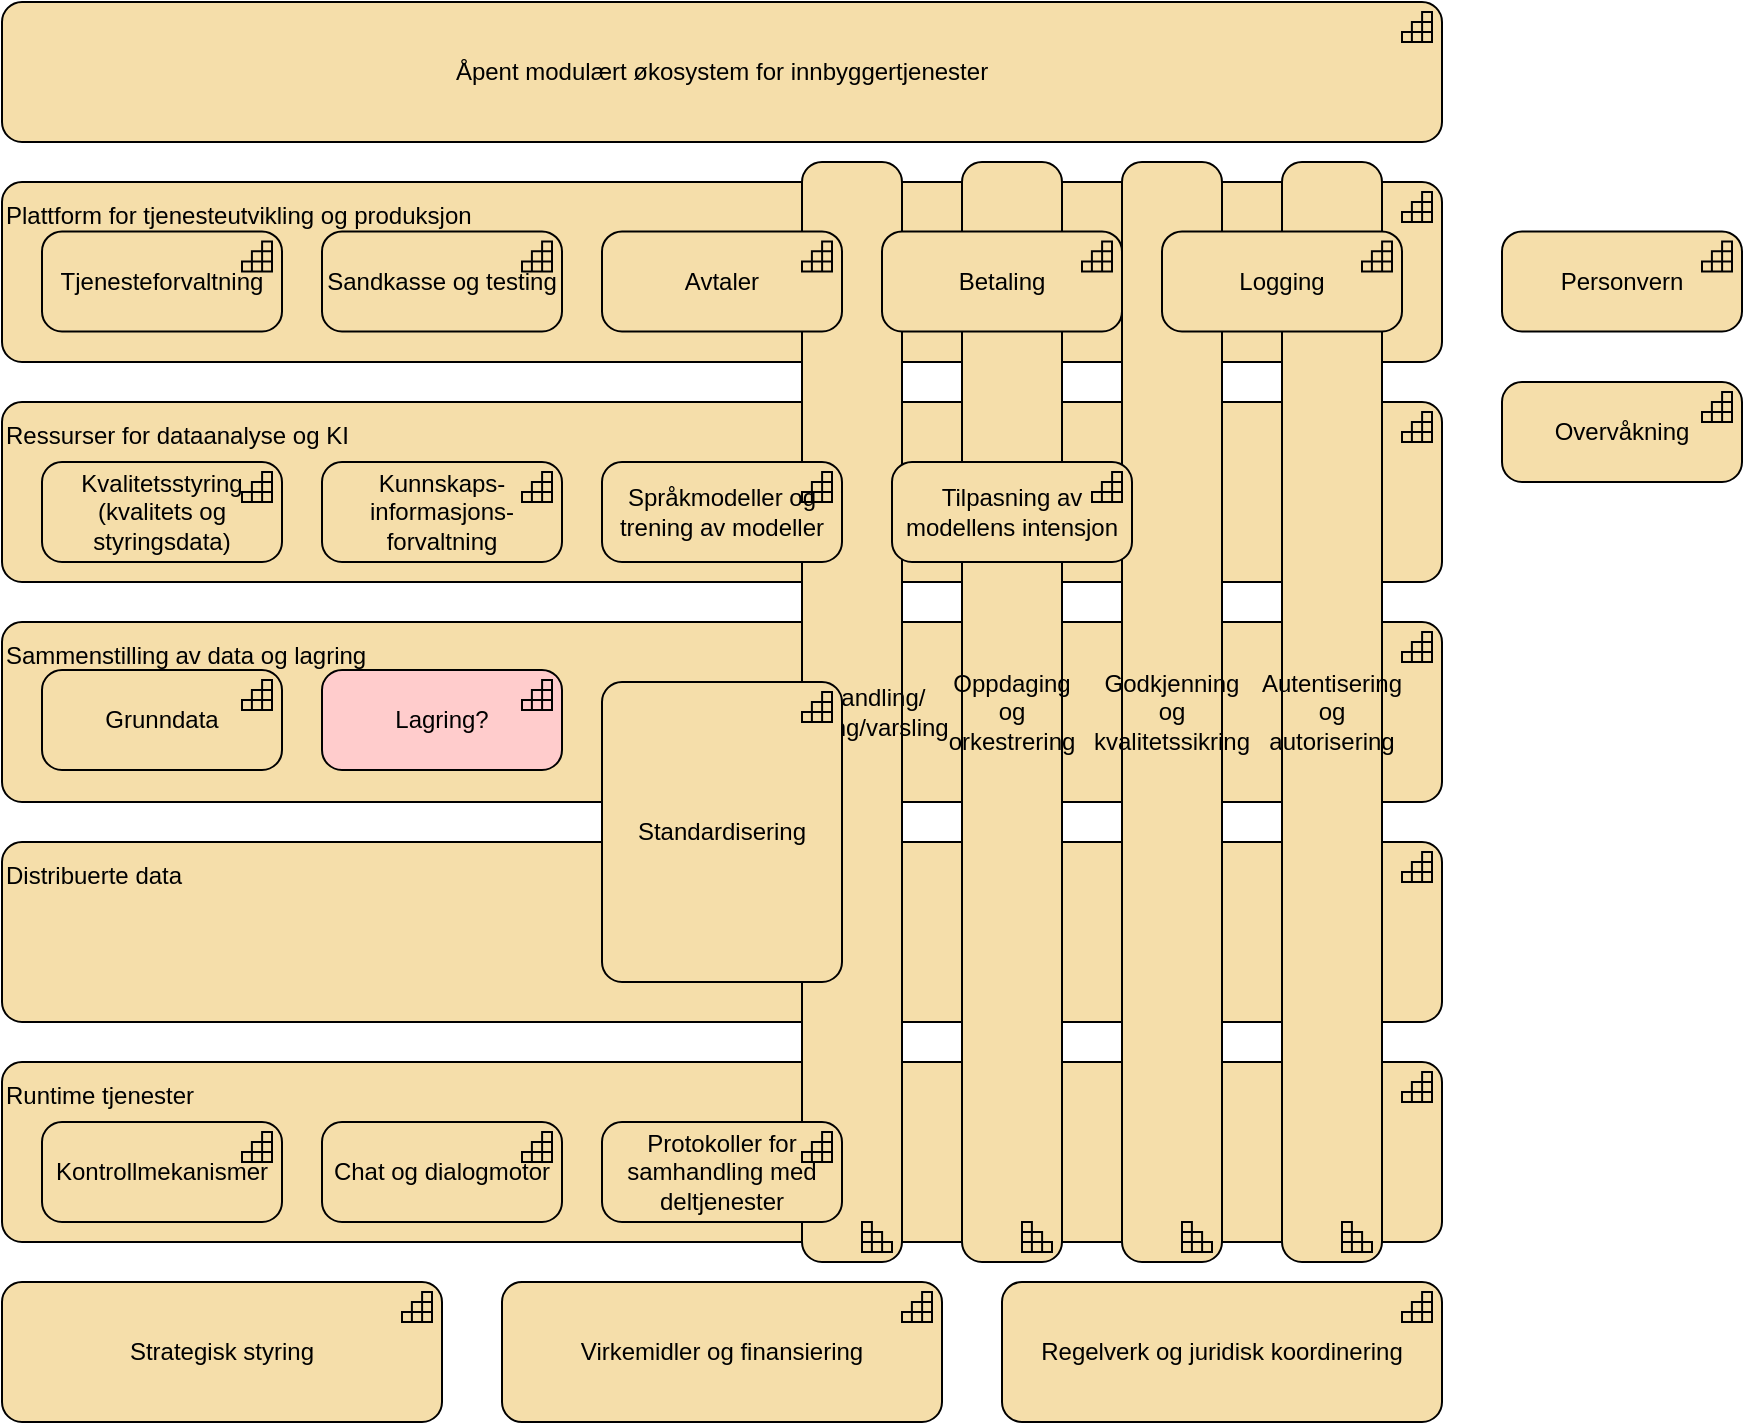
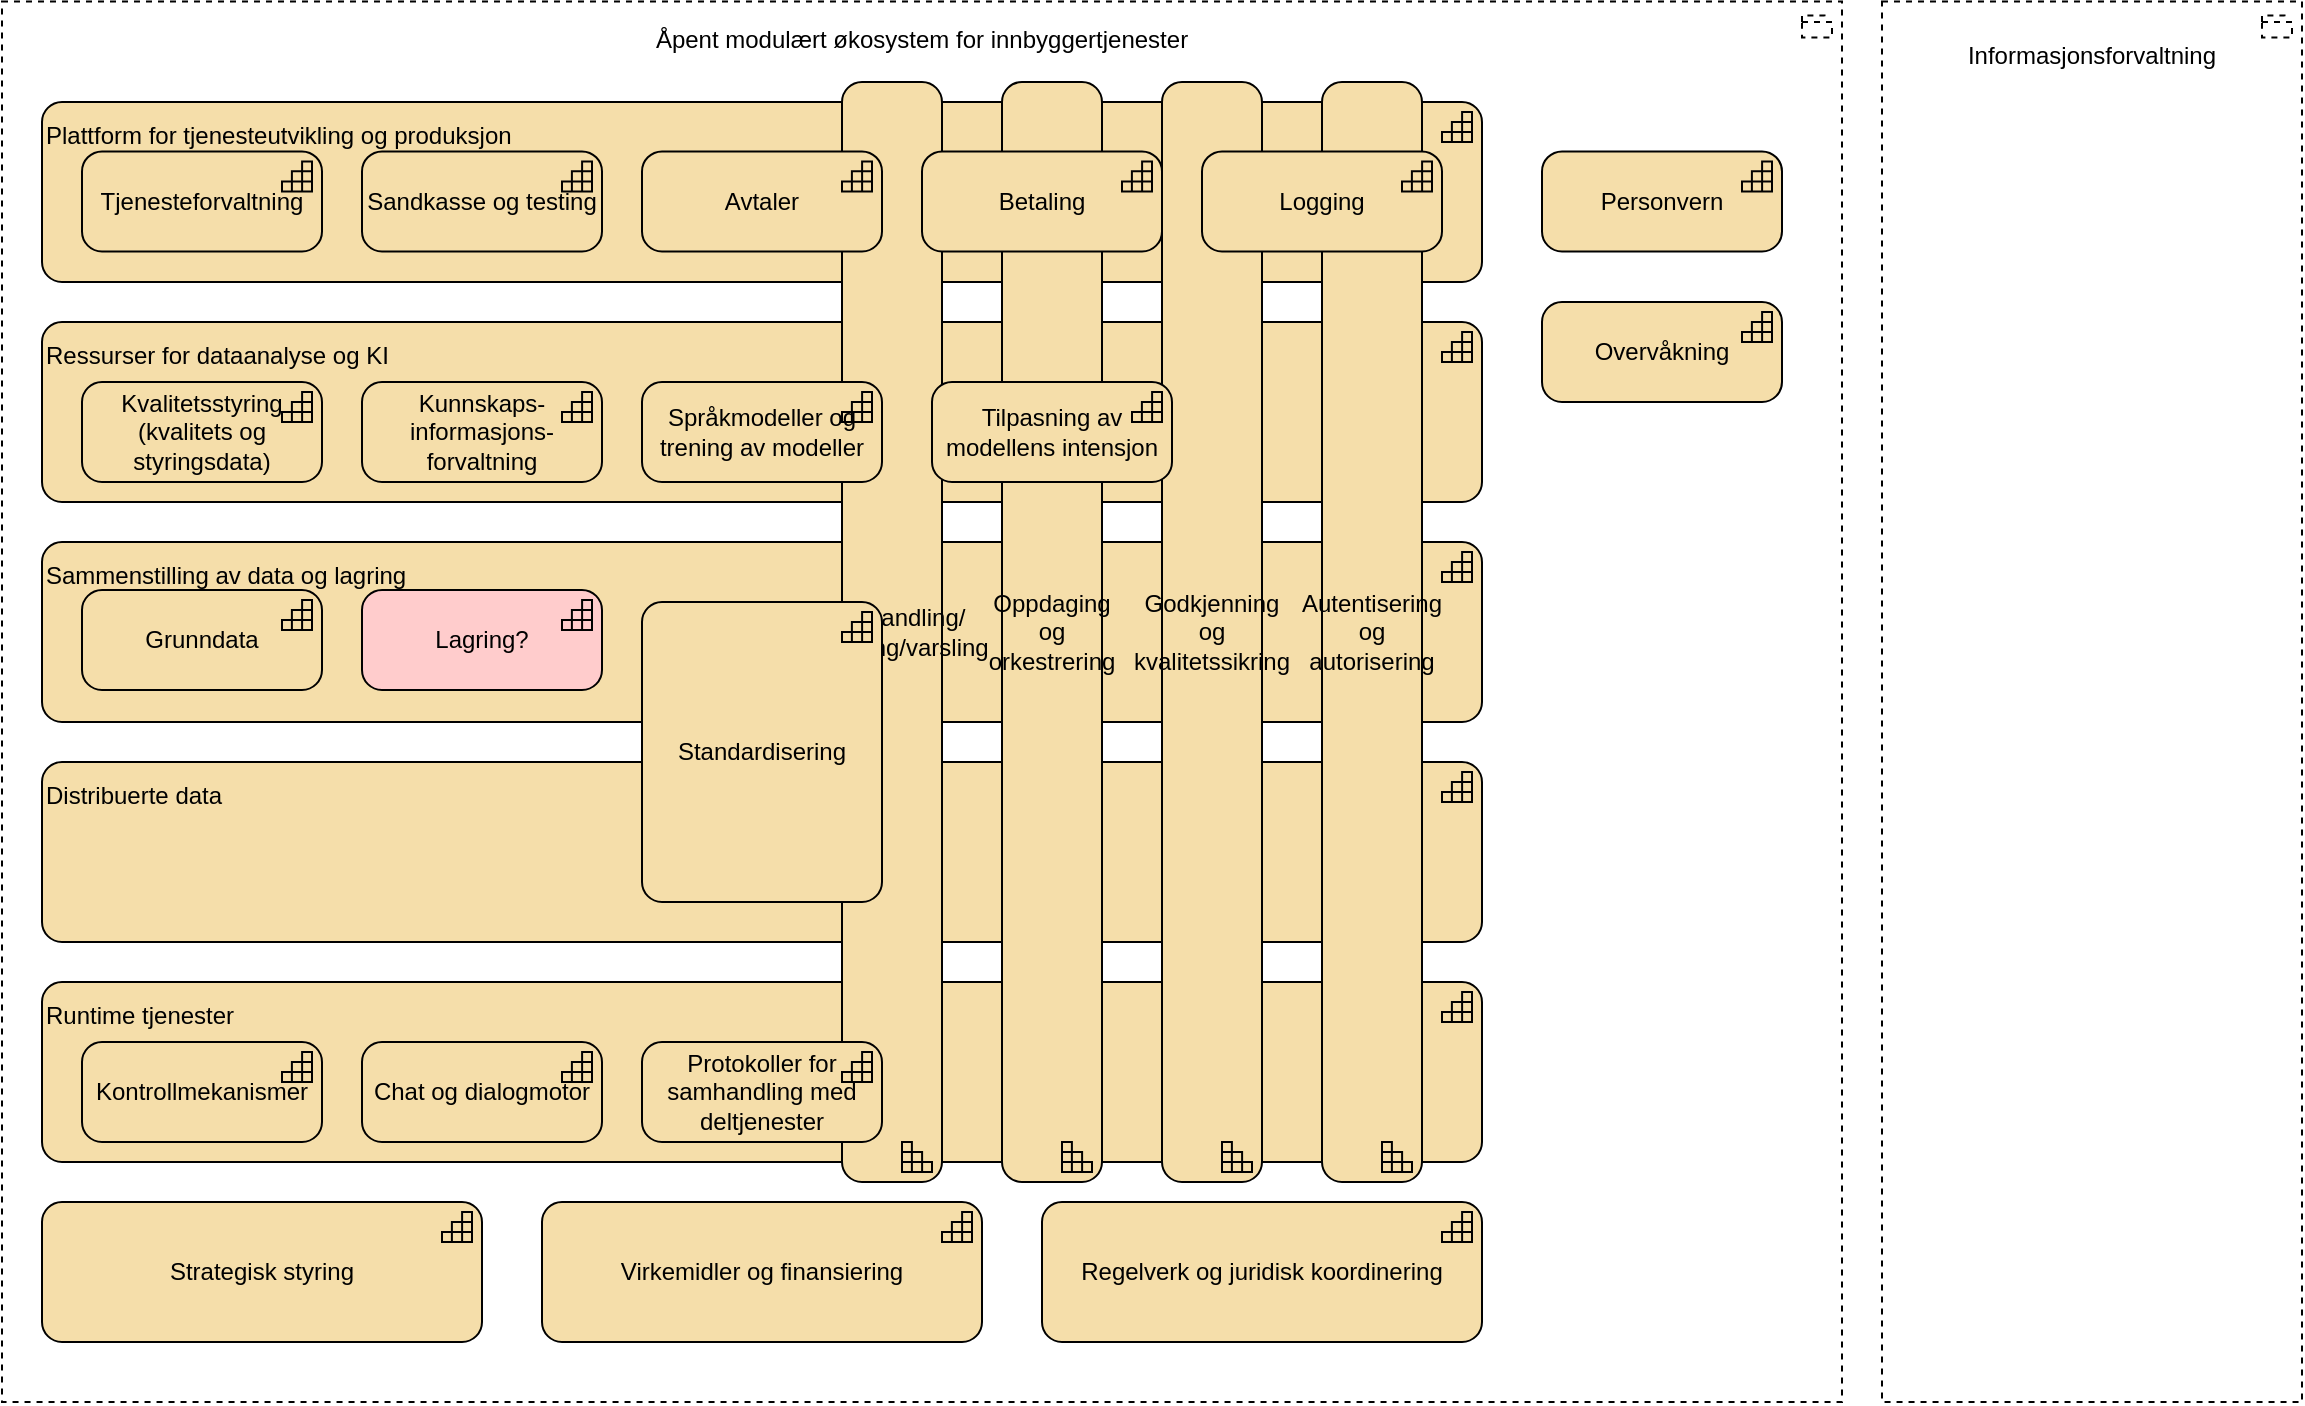
<mxfile host="65bd71144e">
    <diagram id="KhulNWOh6ZCrj-raD0nd" name="økosystem">
-         <mxGraphModel dx="986" dy="546" grid="1" gridSize="10" guides="1" tooltips="1" connect="1" arrows="1" fold="1" page="1" pageScale="1" pageWidth="1169" pageHeight="827" math="0" shadow="0">
+         <mxGraphModel dx="2185" dy="899" grid="1" gridSize="10" guides="1" tooltips="1" connect="1" arrows="1" fold="1" page="1" pageScale="1" pageWidth="1169" pageHeight="827" math="0" shadow="0">
            <root>
                <mxCell id="0"/>
                <mxCell id="1" parent="0"/>
-                 <mxCell id="xnoThjykjK7Eu692T0Zw-3" value="Runtime tjenester&lt;div&gt;&lt;br&gt;&lt;/div&gt;&lt;div&gt;&lt;br&gt;&lt;/div&gt;&lt;div&gt;&lt;br&gt;&lt;/div&gt;&lt;div&gt;&lt;br&gt;&lt;/div&gt;" style="html=1;outlineConnect=0;whiteSpace=wrap;fillColor=#F5DEAA;shape=mxgraph.archimate3.application;appType=capability;archiType=rounded;align=left;" vertex="1" parent="1">
+                 <mxCell id="xnoThjykjK7Eu692T0Zw-3" value="Runtime tjenester&lt;div&gt;&lt;br&gt;&lt;/div&gt;&lt;div&gt;&lt;br&gt;&lt;/div&gt;&lt;div&gt;&lt;br&gt;&lt;/div&gt;&lt;div&gt;&lt;br&gt;&lt;/div&gt;" style="html=1;outlineConnect=0;whiteSpace=wrap;fillColor=#F5DEAA;shape=mxgraph.archimate3.application;appType=capability;archiType=rounded;align=left;" parent="1" vertex="1">
                    <mxGeometry x="40" y="570" width="720" height="90" as="geometry"/>
                </mxCell>
                <mxCell id="xKit_TpfabmGGuKowgRL-6" value="Distribuerte data&lt;div&gt;&lt;br&gt;&lt;/div&gt;&lt;div&gt;&lt;br&gt;&lt;/div&gt;&lt;div&gt;&lt;br&gt;&lt;/div&gt;&lt;div&gt;&lt;br&gt;&lt;/div&gt;" style="html=1;outlineConnect=0;whiteSpace=wrap;fillColor=#F5DEAA;shape=mxgraph.archimate3.application;appType=capability;archiType=rounded;align=left;" parent="1" vertex="1">
                    <mxGeometry x="40" y="460" width="720" height="90" as="geometry"/>
                </mxCell>
                <mxCell id="xKit_TpfabmGGuKowgRL-5" value="Sammenstilling av data og lagring&lt;div&gt;&lt;br&gt;&lt;/div&gt;&lt;div&gt;&lt;br&gt;&lt;/div&gt;&lt;div&gt;&lt;br&gt;&lt;/div&gt;&lt;div&gt;&lt;br&gt;&lt;/div&gt;" style="html=1;outlineConnect=0;whiteSpace=wrap;fillColor=#F5DEAA;shape=mxgraph.archimate3.application;appType=capability;archiType=rounded;align=left;" parent="1" vertex="1">
                    <mxGeometry x="40" y="350" width="720" height="90" as="geometry"/>
                </mxCell>
                <mxCell id="xKit_TpfabmGGuKowgRL-4" value="&lt;div style=&quot;&quot;&gt;&lt;span style=&quot;background-color: transparent;&quot;&gt;Ressurser for dataanalyse og KI&lt;/span&gt;&lt;/div&gt;&lt;div style=&quot;&quot;&gt;&lt;span style=&quot;background-color: transparent;&quot;&gt;&lt;br&gt;&lt;/span&gt;&lt;/div&gt;&lt;div style=&quot;&quot;&gt;&lt;span style=&quot;background-color: transparent;&quot;&gt;&lt;br&gt;&lt;/span&gt;&lt;/div&gt;&lt;div style=&quot;&quot;&gt;&lt;span style=&quot;background-color: transparent;&quot;&gt;&lt;br&gt;&lt;/span&gt;&lt;/div&gt;&lt;div style=&quot;&quot;&gt;&lt;span style=&quot;background-color: transparent;&quot;&gt;&lt;br&gt;&lt;/span&gt;&lt;/div&gt;" style="html=1;outlineConnect=0;whiteSpace=wrap;fillColor=#F5DEAA;shape=mxgraph.archimate3.application;appType=capability;archiType=rounded;align=left;" parent="1" vertex="1">
                    <mxGeometry x="40" y="240" width="720" height="90" as="geometry"/>
                </mxCell>
                <mxCell id="xKit_TpfabmGGuKowgRL-3" value="&lt;div style=&quot;&quot;&gt;&lt;span style=&quot;background-color: transparent;&quot;&gt;Plattform for tjenesteutvikling og produksjon&lt;/span&gt;&lt;/div&gt;&lt;div style=&quot;&quot;&gt;&lt;span style=&quot;background-color: transparent;&quot;&gt;&lt;br&gt;&lt;/span&gt;&lt;/div&gt;&lt;div style=&quot;&quot;&gt;&lt;span style=&quot;background-color: transparent;&quot;&gt;&lt;br&gt;&lt;/span&gt;&lt;/div&gt;&lt;div style=&quot;&quot;&gt;&lt;span style=&quot;background-color: transparent;&quot;&gt;&lt;br&gt;&lt;/span&gt;&lt;/div&gt;&lt;div style=&quot;&quot;&gt;&lt;span style=&quot;background-color: transparent;&quot;&gt;&lt;br&gt;&lt;/span&gt;&lt;/div&gt;" style="html=1;outlineConnect=0;whiteSpace=wrap;fillColor=#F5DEAA;shape=mxgraph.archimate3.application;appType=capability;archiType=rounded;align=left;" parent="1" vertex="1">
                    <mxGeometry x="40" y="130" width="720" height="90" as="geometry"/>
                </mxCell>
-                 <mxCell id="TeFL5omvhbVfAXykElzv-1" value="Åpent modulært økosystem for innbyggertjenester" style="html=1;outlineConnect=0;whiteSpace=wrap;fillColor=#F5DEAA;shape=mxgraph.archimate3.application;appType=capability;archiType=rounded;" parent="1" vertex="1">
-                     <mxGeometry x="40" y="40" width="720" height="70" as="geometry"/>
-                 </mxCell>
                <mxCell id="TeFL5omvhbVfAXykElzv-2" value="Samhandling/ formidling/varsling" style="html=1;outlineConnect=0;whiteSpace=wrap;fillColor=#F5DEAA;shape=mxgraph.archimate3.application;appType=capability;archiType=rounded;direction=south;" parent="1" vertex="1">
                    <mxGeometry x="440" y="120" width="50" height="550" as="geometry"/>
                </mxCell>
                <mxCell id="TeFL5omvhbVfAXykElzv-4" value="Godkjenning og kvalitetssikring" style="html=1;outlineConnect=0;whiteSpace=wrap;fillColor=#F5DEAA;shape=mxgraph.archimate3.application;appType=capability;archiType=rounded;direction=south;" parent="1" vertex="1">
                    <mxGeometry x="600" y="120" width="50" height="550" as="geometry"/>
                </mxCell>
                <mxCell id="TeFL5omvhbVfAXykElzv-6" value="Avtaler" style="html=1;outlineConnect=0;whiteSpace=wrap;fillColor=#F5DEAA;shape=mxgraph.archimate3.application;appType=capability;archiType=rounded;" parent="1" vertex="1">
                    <mxGeometry x="340" y="154.73000000000002" width="120" height="50" as="geometry"/>
                </mxCell>
                <mxCell id="TeFL5omvhbVfAXykElzv-7" value="Autentisering og autorisering" style="html=1;outlineConnect=0;whiteSpace=wrap;fillColor=#F5DEAA;shape=mxgraph.archimate3.application;appType=capability;archiType=rounded;direction=south;" parent="1" vertex="1">
                    <mxGeometry x="680" y="120" width="50" height="550" as="geometry"/>
                </mxCell>
                <mxCell id="TeFL5omvhbVfAXykElzv-8" value="Oppdaging og orkestrering" style="html=1;outlineConnect=0;whiteSpace=wrap;fillColor=#F5DEAA;shape=mxgraph.archimate3.application;appType=capability;archiType=rounded;direction=south;" parent="1" vertex="1">
                    <mxGeometry x="520" y="120" width="50" height="550" as="geometry"/>
                </mxCell>
                <mxCell id="TeFL5omvhbVfAXykElzv-9" value="Sandkasse og testing" style="html=1;outlineConnect=0;whiteSpace=wrap;fillColor=#F5DEAA;shape=mxgraph.archimate3.application;appType=capability;archiType=rounded;" parent="1" vertex="1">
                    <mxGeometry x="200" y="154.73" width="120" height="50" as="geometry"/>
                </mxCell>
                <mxCell id="TeFL5omvhbVfAXykElzv-10" value="Logging" style="html=1;outlineConnect=0;whiteSpace=wrap;fillColor=#F5DEAA;shape=mxgraph.archimate3.application;appType=capability;archiType=rounded;" parent="1" vertex="1">
                    <mxGeometry x="620" y="154.73000000000002" width="120" height="50" as="geometry"/>
                </mxCell>
                <mxCell id="TeFL5omvhbVfAXykElzv-11" value="Tjenesteforvaltning" style="html=1;outlineConnect=0;whiteSpace=wrap;fillColor=#F5DEAA;shape=mxgraph.archimate3.application;appType=capability;archiType=rounded;" parent="1" vertex="1">
                    <mxGeometry x="60" y="154.73000000000002" width="120" height="50" as="geometry"/>
                </mxCell>
                <mxCell id="TeFL5omvhbVfAXykElzv-13" value="Standardisering" style="html=1;outlineConnect=0;whiteSpace=wrap;fillColor=#F5DEAA;shape=mxgraph.archimate3.application;appType=capability;archiType=rounded;" parent="1" vertex="1">
                    <mxGeometry x="340" y="380" width="120" height="150" as="geometry"/>
                </mxCell>
                <mxCell id="TeFL5omvhbVfAXykElzv-14" value="Overvåkning" style="html=1;outlineConnect=0;whiteSpace=wrap;fillColor=#F5DEAA;shape=mxgraph.archimate3.application;appType=capability;archiType=rounded;" parent="1" vertex="1">
                    <mxGeometry x="790" y="230" width="120" height="50" as="geometry"/>
                </mxCell>
                <mxCell id="TeFL5omvhbVfAXykElzv-15" value="Personvern" style="html=1;outlineConnect=0;whiteSpace=wrap;fillColor=#F5DEAA;shape=mxgraph.archimate3.application;appType=capability;archiType=rounded;" parent="1" vertex="1">
                    <mxGeometry x="790" y="154.73000000000002" width="120" height="50" as="geometry"/>
                </mxCell>
                <mxCell id="u9fwJug513jWiIlwAGDL-1" value="Kunnskaps- informasjons- forvaltning" style="html=1;outlineConnect=0;whiteSpace=wrap;fillColor=#F5DEAA;shape=mxgraph.archimate3.application;appType=capability;archiType=rounded;" parent="1" vertex="1">
                    <mxGeometry x="200" y="270" width="120" height="50" as="geometry"/>
                </mxCell>
                <mxCell id="u9fwJug513jWiIlwAGDL-2" value="Kvalitetsstyring (kvalitets og styringsdata)" style="html=1;outlineConnect=0;whiteSpace=wrap;fillColor=#F5DEAA;shape=mxgraph.archimate3.application;appType=capability;archiType=rounded;" parent="1" vertex="1">
                    <mxGeometry x="60" y="270" width="120" height="50" as="geometry"/>
                </mxCell>
                <mxCell id="TeFL5omvhbVfAXykElzv-5" value="Betaling" style="html=1;outlineConnect=0;whiteSpace=wrap;fillColor=#F5DEAA;shape=mxgraph.archimate3.application;appType=capability;archiType=rounded;" parent="1" vertex="1">
                    <mxGeometry x="480" y="154.73000000000002" width="120" height="50" as="geometry"/>
                </mxCell>
                <mxCell id="xKit_TpfabmGGuKowgRL-8" value="Strategisk styring" style="html=1;outlineConnect=0;whiteSpace=wrap;fillColor=#F5DEAA;shape=mxgraph.archimate3.application;appType=capability;archiType=rounded;" parent="1" vertex="1">
                    <mxGeometry x="40" y="680" width="220" height="70" as="geometry"/>
                </mxCell>
                <mxCell id="xKit_TpfabmGGuKowgRL-9" value="Virkemidler og finansiering" style="html=1;outlineConnect=0;whiteSpace=wrap;fillColor=#F5DEAA;shape=mxgraph.archimate3.application;appType=capability;archiType=rounded;" parent="1" vertex="1">
                    <mxGeometry x="290" y="680" width="220" height="70" as="geometry"/>
                </mxCell>
                <mxCell id="xKit_TpfabmGGuKowgRL-10" value="Regelverk og juridisk koordinering" style="html=1;outlineConnect=0;whiteSpace=wrap;fillColor=#F5DEAA;shape=mxgraph.archimate3.application;appType=capability;archiType=rounded;" parent="1" vertex="1">
                    <mxGeometry x="540" y="680" width="220" height="70" as="geometry"/>
                </mxCell>
                <mxCell id="VVHO--vzeyekFK8HYkrx-1" value="Lagring?" style="html=1;outlineConnect=0;whiteSpace=wrap;fillColor=#FFCCCC;shape=mxgraph.archimate3.application;appType=capability;archiType=rounded;" parent="1" vertex="1">
                    <mxGeometry x="200" y="374" width="120" height="50" as="geometry"/>
                </mxCell>
-                 <mxCell id="2" value="Språkmodeller og trening av modeller" style="html=1;outlineConnect=0;whiteSpace=wrap;fillColor=#F5DEAA;shape=mxgraph.archimate3.application;appType=capability;archiType=rounded;" vertex="1" parent="1">
+                 <mxCell id="2" value="Språkmodeller og trening av modeller" style="html=1;outlineConnect=0;whiteSpace=wrap;fillColor=#F5DEAA;shape=mxgraph.archimate3.application;appType=capability;archiType=rounded;" parent="1" vertex="1">
                    <mxGeometry x="340" y="270" width="120" height="50" as="geometry"/>
                </mxCell>
-                 <mxCell id="xnoThjykjK7Eu692T0Zw-2" value="Tilpasning av modellens intensjon" style="html=1;outlineConnect=0;whiteSpace=wrap;fillColor=#F5DEAA;shape=mxgraph.archimate3.application;appType=capability;archiType=rounded;" vertex="1" parent="1">
+                 <mxCell id="xnoThjykjK7Eu692T0Zw-2" value="Tilpasning av modellens intensjon" style="html=1;outlineConnect=0;whiteSpace=wrap;fillColor=#F5DEAA;shape=mxgraph.archimate3.application;appType=capability;archiType=rounded;" parent="1" vertex="1">
                    <mxGeometry x="485" y="270" width="120" height="50" as="geometry"/>
                </mxCell>
-                 <mxCell id="xnoThjykjK7Eu692T0Zw-4" value="Kontrollmekanismer" style="html=1;outlineConnect=0;whiteSpace=wrap;fillColor=#F5DEAA;shape=mxgraph.archimate3.application;appType=capability;archiType=rounded;" vertex="1" parent="1">
+                 <mxCell id="xnoThjykjK7Eu692T0Zw-4" value="Kontrollmekanismer" style="html=1;outlineConnect=0;whiteSpace=wrap;fillColor=#F5DEAA;shape=mxgraph.archimate3.application;appType=capability;archiType=rounded;" parent="1" vertex="1">
                    <mxGeometry x="60" y="600" width="120" height="50" as="geometry"/>
                </mxCell>
-                 <mxCell id="xnoThjykjK7Eu692T0Zw-5" value="Chat og dialogmotor" style="html=1;outlineConnect=0;whiteSpace=wrap;fillColor=#F5DEAA;shape=mxgraph.archimate3.application;appType=capability;archiType=rounded;" vertex="1" parent="1">
+                 <mxCell id="xnoThjykjK7Eu692T0Zw-5" value="Chat og dialogmotor" style="html=1;outlineConnect=0;whiteSpace=wrap;fillColor=#F5DEAA;shape=mxgraph.archimate3.application;appType=capability;archiType=rounded;" parent="1" vertex="1">
                    <mxGeometry x="200" y="600" width="120" height="50" as="geometry"/>
                </mxCell>
-                 <mxCell id="xnoThjykjK7Eu692T0Zw-6" value="Grunndata" style="html=1;outlineConnect=0;whiteSpace=wrap;fillColor=#F5DEAA;shape=mxgraph.archimate3.application;appType=capability;archiType=rounded;" vertex="1" parent="1">
+                 <mxCell id="xnoThjykjK7Eu692T0Zw-6" value="Grunndata" style="html=1;outlineConnect=0;whiteSpace=wrap;fillColor=#F5DEAA;shape=mxgraph.archimate3.application;appType=capability;archiType=rounded;" parent="1" vertex="1">
                    <mxGeometry x="60" y="374" width="120" height="50" as="geometry"/>
                </mxCell>
-                 <mxCell id="xnoThjykjK7Eu692T0Zw-7" value="Protokoller for samhandling med deltjenester" style="html=1;outlineConnect=0;whiteSpace=wrap;fillColor=#F5DEAA;shape=mxgraph.archimate3.application;appType=capability;archiType=rounded;" vertex="1" parent="1">
+                 <mxCell id="xnoThjykjK7Eu692T0Zw-7" value="Protokoller for samhandling med deltjenester" style="html=1;outlineConnect=0;whiteSpace=wrap;fillColor=#F5DEAA;shape=mxgraph.archimate3.application;appType=capability;archiType=rounded;" parent="1" vertex="1">
                    <mxGeometry x="340" y="600" width="120" height="50" as="geometry"/>
+                 </mxCell>
+                 <mxCell id="3" value="&lt;span style=&quot;color: rgb(0, 0, 0);&quot;&gt;Åpent modulært økosystem for innbyggertjenester&lt;/span&gt;&lt;div&gt;&lt;span style=&quot;color: rgb(0, 0, 0);&quot;&gt;&lt;br&gt;&lt;/span&gt;&lt;/div&gt;&lt;div&gt;&lt;span style=&quot;color: rgb(0, 0, 0);&quot;&gt;&lt;br&gt;&lt;/span&gt;&lt;/div&gt;&lt;div&gt;&lt;span style=&quot;color: rgb(0, 0, 0);&quot;&gt;&lt;br&gt;&lt;/span&gt;&lt;/div&gt;&lt;div&gt;&lt;span style=&quot;color: rgb(0, 0, 0);&quot;&gt;&lt;br&gt;&lt;/span&gt;&lt;/div&gt;&lt;div&gt;&lt;span style=&quot;color: rgb(0, 0, 0);&quot;&gt;&lt;br&gt;&lt;/span&gt;&lt;/div&gt;&lt;div&gt;&lt;span style=&quot;color: rgb(0, 0, 0);&quot;&gt;&lt;br&gt;&lt;/span&gt;&lt;/div&gt;&lt;div&gt;&lt;span style=&quot;color: rgb(0, 0, 0);&quot;&gt;&lt;br&gt;&lt;/span&gt;&lt;/div&gt;&lt;div&gt;&lt;span style=&quot;color: rgb(0, 0, 0);&quot;&gt;&lt;br&gt;&lt;/span&gt;&lt;/div&gt;&lt;div&gt;&lt;span style=&quot;color: rgb(0, 0, 0);&quot;&gt;&lt;br&gt;&lt;/span&gt;&lt;/div&gt;&lt;div&gt;&lt;span style=&quot;color: rgb(0, 0, 0);&quot;&gt;&lt;br&gt;&lt;/span&gt;&lt;/div&gt;&lt;div&gt;&lt;span style=&quot;color: rgb(0, 0, 0);&quot;&gt;&lt;br&gt;&lt;/span&gt;&lt;/div&gt;&lt;div&gt;&lt;span style=&quot;color: rgb(0, 0, 0);&quot;&gt;&lt;br&gt;&lt;/span&gt;&lt;/div&gt;&lt;div&gt;&lt;span style=&quot;color: rgb(0, 0, 0);&quot;&gt;&lt;br&gt;&lt;/span&gt;&lt;/div&gt;&lt;div&gt;&lt;span style=&quot;color: rgb(0, 0, 0);&quot;&gt;&lt;br&gt;&lt;/span&gt;&lt;/div&gt;&lt;div&gt;&lt;span style=&quot;color: rgb(0, 0, 0);&quot;&gt;&lt;br&gt;&lt;/span&gt;&lt;/div&gt;&lt;div&gt;&lt;span style=&quot;color: rgb(0, 0, 0);&quot;&gt;&lt;br&gt;&lt;/span&gt;&lt;/div&gt;&lt;div&gt;&lt;span style=&quot;color: rgb(0, 0, 0);&quot;&gt;&lt;br&gt;&lt;/span&gt;&lt;/div&gt;&lt;div&gt;&lt;span style=&quot;color: rgb(0, 0, 0);&quot;&gt;&lt;br&gt;&lt;/span&gt;&lt;/div&gt;&lt;div&gt;&lt;span style=&quot;color: rgb(0, 0, 0);&quot;&gt;&lt;br&gt;&lt;/span&gt;&lt;/div&gt;&lt;div&gt;&lt;span style=&quot;color: rgb(0, 0, 0);&quot;&gt;&lt;br&gt;&lt;/span&gt;&lt;/div&gt;&lt;div&gt;&lt;span style=&quot;color: rgb(0, 0, 0);&quot;&gt;&lt;br&gt;&lt;/span&gt;&lt;/div&gt;&lt;div&gt;&lt;span style=&quot;color: rgb(0, 0, 0);&quot;&gt;&lt;br&gt;&lt;/span&gt;&lt;/div&gt;&lt;div&gt;&lt;span style=&quot;color: rgb(0, 0, 0);&quot;&gt;&lt;br&gt;&lt;/span&gt;&lt;/div&gt;&lt;div&gt;&lt;span style=&quot;color: rgb(0, 0, 0);&quot;&gt;&lt;br&gt;&lt;/span&gt;&lt;/div&gt;&lt;div&gt;&lt;span style=&quot;color: rgb(0, 0, 0);&quot;&gt;&lt;br&gt;&lt;/span&gt;&lt;/div&gt;&lt;div&gt;&lt;span style=&quot;color: rgb(0, 0, 0);&quot;&gt;&lt;br&gt;&lt;/span&gt;&lt;/div&gt;&lt;div&gt;&lt;span style=&quot;color: rgb(0, 0, 0);&quot;&gt;&lt;br&gt;&lt;/span&gt;&lt;/div&gt;&lt;div&gt;&lt;span style=&quot;color: rgb(0, 0, 0);&quot;&gt;&lt;br&gt;&lt;/span&gt;&lt;/div&gt;&lt;div&gt;&lt;span style=&quot;color: rgb(0, 0, 0);&quot;&gt;&lt;br&gt;&lt;/span&gt;&lt;/div&gt;&lt;div&gt;&lt;span style=&quot;color: rgb(0, 0, 0);&quot;&gt;&lt;br&gt;&lt;/span&gt;&lt;/div&gt;&lt;div&gt;&lt;span style=&quot;color: rgb(0, 0, 0);&quot;&gt;&lt;br&gt;&lt;/span&gt;&lt;/div&gt;&lt;div&gt;&lt;span style=&quot;color: rgb(0, 0, 0);&quot;&gt;&lt;br&gt;&lt;/span&gt;&lt;/div&gt;&lt;div&gt;&lt;span style=&quot;color: rgb(0, 0, 0);&quot;&gt;&lt;br&gt;&lt;/span&gt;&lt;/div&gt;&lt;div&gt;&lt;span style=&quot;color: rgb(0, 0, 0);&quot;&gt;&lt;br&gt;&lt;/span&gt;&lt;/div&gt;&lt;div&gt;&lt;span style=&quot;color: rgb(0, 0, 0);&quot;&gt;&lt;br&gt;&lt;/span&gt;&lt;/div&gt;&lt;div&gt;&lt;span style=&quot;color: rgb(0, 0, 0);&quot;&gt;&lt;br&gt;&lt;/span&gt;&lt;/div&gt;&lt;div&gt;&lt;span style=&quot;color: rgb(0, 0, 0);&quot;&gt;&lt;br&gt;&lt;/span&gt;&lt;/div&gt;&lt;div&gt;&lt;span style=&quot;color: rgb(0, 0, 0);&quot;&gt;&lt;br&gt;&lt;/span&gt;&lt;/div&gt;&lt;div&gt;&lt;span style=&quot;color: rgb(0, 0, 0);&quot;&gt;&lt;br&gt;&lt;/span&gt;&lt;/div&gt;&lt;div&gt;&lt;span style=&quot;color: rgb(0, 0, 0);&quot;&gt;&lt;br&gt;&lt;/span&gt;&lt;/div&gt;&lt;div&gt;&lt;span style=&quot;color: rgb(0, 0, 0);&quot;&gt;&lt;br&gt;&lt;/span&gt;&lt;/div&gt;&lt;div&gt;&lt;span style=&quot;color: rgb(0, 0, 0);&quot;&gt;&lt;br&gt;&lt;/span&gt;&lt;/div&gt;&lt;div&gt;&lt;span style=&quot;color: rgb(0, 0, 0);&quot;&gt;&lt;br&gt;&lt;/span&gt;&lt;/div&gt;&lt;div&gt;&lt;span style=&quot;color: rgb(0, 0, 0);&quot;&gt;&lt;br&gt;&lt;/span&gt;&lt;/div&gt;&lt;div&gt;&lt;span style=&quot;color: rgb(0, 0, 0);&quot;&gt;&lt;br&gt;&lt;/span&gt;&lt;/div&gt;&lt;div&gt;&lt;span style=&quot;color: rgb(0, 0, 0);&quot;&gt;&lt;br&gt;&lt;/span&gt;&lt;/div&gt;" style="html=1;outlineConnect=0;whiteSpace=wrap;shape=mxgraph.archimate3.application;appType=grouping;archiType=square;dashed=1;fillColor=none;" vertex="1" parent="1">
+                     <mxGeometry x="20" y="79.73" width="920" height="700.27" as="geometry"/>
+                 </mxCell>
+                 <mxCell id="4" value="&lt;div&gt;&lt;span style=&quot;color: rgb(0, 0, 0);&quot;&gt;Informasjonsforvaltning&lt;/span&gt;&lt;/div&gt;&lt;div&gt;&lt;span style=&quot;color: rgb(0, 0, 0);&quot;&gt;&lt;br&gt;&lt;/span&gt;&lt;/div&gt;&lt;div&gt;&lt;span style=&quot;color: rgb(0, 0, 0);&quot;&gt;&lt;br&gt;&lt;/span&gt;&lt;/div&gt;&lt;div&gt;&lt;span style=&quot;color: rgb(0, 0, 0);&quot;&gt;&lt;br&gt;&lt;/span&gt;&lt;/div&gt;&lt;div&gt;&lt;span style=&quot;color: rgb(0, 0, 0);&quot;&gt;&lt;br&gt;&lt;/span&gt;&lt;/div&gt;&lt;div&gt;&lt;span style=&quot;color: rgb(0, 0, 0);&quot;&gt;&lt;br&gt;&lt;/span&gt;&lt;/div&gt;&lt;div&gt;&lt;span style=&quot;color: rgb(0, 0, 0);&quot;&gt;&lt;br&gt;&lt;/span&gt;&lt;/div&gt;&lt;div&gt;&lt;span style=&quot;color: rgb(0, 0, 0);&quot;&gt;&lt;br&gt;&lt;/span&gt;&lt;/div&gt;&lt;div&gt;&lt;span style=&quot;color: rgb(0, 0, 0);&quot;&gt;&lt;br&gt;&lt;/span&gt;&lt;/div&gt;&lt;div&gt;&lt;span style=&quot;color: rgb(0, 0, 0);&quot;&gt;&lt;br&gt;&lt;/span&gt;&lt;/div&gt;&lt;div&gt;&lt;span style=&quot;color: rgb(0, 0, 0);&quot;&gt;&lt;br&gt;&lt;/span&gt;&lt;/div&gt;&lt;div&gt;&lt;span style=&quot;color: rgb(0, 0, 0);&quot;&gt;&lt;br&gt;&lt;/span&gt;&lt;/div&gt;&lt;div&gt;&lt;span style=&quot;color: rgb(0, 0, 0);&quot;&gt;&lt;br&gt;&lt;/span&gt;&lt;/div&gt;&lt;div&gt;&lt;span style=&quot;color: rgb(0, 0, 0);&quot;&gt;&lt;br&gt;&lt;/span&gt;&lt;/div&gt;&lt;div&gt;&lt;span style=&quot;color: rgb(0, 0, 0);&quot;&gt;&lt;br&gt;&lt;/span&gt;&lt;/div&gt;&lt;div&gt;&lt;span style=&quot;color: rgb(0, 0, 0);&quot;&gt;&lt;br&gt;&lt;/span&gt;&lt;/div&gt;&lt;div&gt;&lt;span style=&quot;color: rgb(0, 0, 0);&quot;&gt;&lt;br&gt;&lt;/span&gt;&lt;/div&gt;&lt;div&gt;&lt;span style=&quot;color: rgb(0, 0, 0);&quot;&gt;&lt;br&gt;&lt;/span&gt;&lt;/div&gt;&lt;div&gt;&lt;span style=&quot;color: rgb(0, 0, 0);&quot;&gt;&lt;br&gt;&lt;/span&gt;&lt;/div&gt;&lt;div&gt;&lt;span style=&quot;color: rgb(0, 0, 0);&quot;&gt;&lt;br&gt;&lt;/span&gt;&lt;/div&gt;&lt;div&gt;&lt;span style=&quot;color: rgb(0, 0, 0);&quot;&gt;&lt;br&gt;&lt;/span&gt;&lt;/div&gt;&lt;div&gt;&lt;span style=&quot;color: rgb(0, 0, 0);&quot;&gt;&lt;br&gt;&lt;/span&gt;&lt;/div&gt;&lt;div&gt;&lt;span style=&quot;color: rgb(0, 0, 0);&quot;&gt;&lt;br&gt;&lt;/span&gt;&lt;/div&gt;&lt;div&gt;&lt;span style=&quot;color: rgb(0, 0, 0);&quot;&gt;&lt;br&gt;&lt;/span&gt;&lt;/div&gt;&lt;div&gt;&lt;span style=&quot;color: rgb(0, 0, 0);&quot;&gt;&lt;br&gt;&lt;/span&gt;&lt;/div&gt;&lt;div&gt;&lt;span style=&quot;color: rgb(0, 0, 0);&quot;&gt;&lt;br&gt;&lt;/span&gt;&lt;/div&gt;&lt;div&gt;&lt;span style=&quot;color: rgb(0, 0, 0);&quot;&gt;&lt;br&gt;&lt;/span&gt;&lt;/div&gt;&lt;div&gt;&lt;span style=&quot;color: rgb(0, 0, 0);&quot;&gt;&lt;br&gt;&lt;/span&gt;&lt;/div&gt;&lt;div&gt;&lt;span style=&quot;color: rgb(0, 0, 0);&quot;&gt;&lt;br&gt;&lt;/span&gt;&lt;/div&gt;&lt;div&gt;&lt;span style=&quot;color: rgb(0, 0, 0);&quot;&gt;&lt;br&gt;&lt;/span&gt;&lt;/div&gt;&lt;div&gt;&lt;span style=&quot;color: rgb(0, 0, 0);&quot;&gt;&lt;br&gt;&lt;/span&gt;&lt;/div&gt;&lt;div&gt;&lt;span style=&quot;color: rgb(0, 0, 0);&quot;&gt;&lt;br&gt;&lt;/span&gt;&lt;/div&gt;&lt;div&gt;&lt;span style=&quot;color: rgb(0, 0, 0);&quot;&gt;&lt;br&gt;&lt;/span&gt;&lt;/div&gt;&lt;div&gt;&lt;span style=&quot;color: rgb(0, 0, 0);&quot;&gt;&lt;br&gt;&lt;/span&gt;&lt;/div&gt;&lt;div&gt;&lt;span style=&quot;color: rgb(0, 0, 0);&quot;&gt;&lt;br&gt;&lt;/span&gt;&lt;/div&gt;&lt;div&gt;&lt;span style=&quot;color: rgb(0, 0, 0);&quot;&gt;&lt;br&gt;&lt;/span&gt;&lt;/div&gt;&lt;div&gt;&lt;span style=&quot;color: rgb(0, 0, 0);&quot;&gt;&lt;br&gt;&lt;/span&gt;&lt;/div&gt;&lt;div&gt;&lt;span style=&quot;color: rgb(0, 0, 0);&quot;&gt;&lt;br&gt;&lt;/span&gt;&lt;/div&gt;&lt;div&gt;&lt;span style=&quot;color: rgb(0, 0, 0);&quot;&gt;&lt;br&gt;&lt;/span&gt;&lt;/div&gt;&lt;div&gt;&lt;span style=&quot;color: rgb(0, 0, 0);&quot;&gt;&lt;br&gt;&lt;/span&gt;&lt;/div&gt;&lt;div&gt;&lt;span style=&quot;color: rgb(0, 0, 0);&quot;&gt;&lt;br&gt;&lt;/span&gt;&lt;/div&gt;&lt;div&gt;&lt;span style=&quot;color: rgb(0, 0, 0);&quot;&gt;&lt;br&gt;&lt;/span&gt;&lt;/div&gt;&lt;div&gt;&lt;span style=&quot;color: rgb(0, 0, 0);&quot;&gt;&lt;br&gt;&lt;/span&gt;&lt;/div&gt;&lt;div&gt;&lt;span style=&quot;color: rgb(0, 0, 0);&quot;&gt;&lt;br&gt;&lt;/span&gt;&lt;/div&gt;&lt;div&gt;&lt;span style=&quot;color: rgb(0, 0, 0);&quot;&gt;&lt;br&gt;&lt;/span&gt;&lt;/div&gt;&lt;div&gt;&lt;span style=&quot;color: rgb(0, 0, 0);&quot;&gt;&lt;br&gt;&lt;/span&gt;&lt;/div&gt;" style="html=1;outlineConnect=0;whiteSpace=wrap;shape=mxgraph.archimate3.application;appType=grouping;archiType=square;dashed=1;fillColor=none;" vertex="1" parent="1">
+                     <mxGeometry x="960" y="79.73" width="210" height="700.27" as="geometry"/>
                </mxCell>
            </root>
        </mxGraphModel>
    </diagram>
    <diagram id="yR3UBU6f4qSMuNbV7_kY" name="verdikjede-overordnet">
-         <mxGraphModel dx="986" dy="546" grid="1" gridSize="10" guides="1" tooltips="1" connect="1" arrows="1" fold="1" page="1" pageScale="1" pageWidth="1169" pageHeight="827" math="0" shadow="0">
+         <mxGraphModel dx="2185" dy="899" grid="1" gridSize="10" guides="1" tooltips="1" connect="1" arrows="1" fold="1" page="1" pageScale="1" pageWidth="1169" pageHeight="827" math="0" shadow="0">
            <root>
                <mxCell id="0"/>
                <mxCell id="1" parent="0"/>
                <mxCell id="8" value="Oppleve Symptomer" style="html=1;outlineConnect=0;whiteSpace=wrap;fillColor=#F5DEAA;shape=mxgraph.archimate3.application;appType=valueStream;archiType=rounded;" parent="1" vertex="1">
                    <mxGeometry x="160" y="100" width="100" height="50" as="geometry"/>
                </mxCell>
                <mxCell id="9" value="Forebygge" style="html=1;outlineConnect=0;whiteSpace=wrap;fillColor=#F5DEAA;shape=mxgraph.archimate3.application;appType=valueStream;archiType=rounded;" parent="1" vertex="1">
                    <mxGeometry x="20" y="100" width="100" height="50" as="geometry"/>
                </mxCell>
                <mxCell id="16" value="" style="edgeStyle=none;html=1;" parent="1" source="10" target="15" edge="1">
                    <mxGeometry relative="1" as="geometry"/>
                </mxCell>
                <mxCell id="10" value="Kartlegge" style="html=1;outlineConnect=0;whiteSpace=wrap;fillColor=#F5DEAA;shape=mxgraph.archimate3.application;appType=valueStream;archiType=rounded;" parent="1" vertex="1">
                    <mxGeometry x="300" y="100" width="100" height="50" as="geometry"/>
                </mxCell>
                <mxCell id="14" value="" style="edgeStyle=none;html=1;" parent="1" source="12" target="13" edge="1">
                    <mxGeometry relative="1" as="geometry"/>
                </mxCell>
                <mxCell id="12" value="Egenmestre" style="html=1;outlineConnect=0;whiteSpace=wrap;fillColor=#F5DEAA;shape=mxgraph.archimate3.application;appType=valueStream;archiType=rounded;" parent="1" vertex="1">
                    <mxGeometry x="440" y="100" width="100" height="50" as="geometry"/>
                </mxCell>
                <mxCell id="13" value="Veiledet selvhjelp" style="html=1;outlineConnect=0;whiteSpace=wrap;fillColor=#F5DEAA;shape=mxgraph.archimate3.application;appType=valueStream;archiType=rounded;" parent="1" vertex="1">
                    <mxGeometry x="580" y="100" width="100" height="50" as="geometry"/>
                </mxCell>
                <mxCell id="15" value="Veivise til tjenesten" style="html=1;outlineConnect=0;whiteSpace=wrap;fillColor=#F5DEAA;shape=mxgraph.archimate3.application;appType=valueStream;archiType=rounded;" parent="1" vertex="1">
                    <mxGeometry x="300" y="180" width="100" height="50" as="geometry"/>
                </mxCell>
                <mxCell id="17" value="" style="edgeStyle=elbowEdgeStyle;html=1;endArrow=block;dashed=0;elbow=vertical;endFill=1;exitX=1;exitY=0.5;exitDx=0;exitDy=0;exitPerimeter=0;entryX=0;entryY=0.5;entryDx=0;entryDy=0;entryPerimeter=0;" parent="1" source="10" target="12" edge="1">
                    <mxGeometry width="160" relative="1" as="geometry">
                        <mxPoint x="340" y="450" as="sourcePoint"/>
                        <mxPoint x="500" y="450" as="targetPoint"/>
                    </mxGeometry>
                </mxCell>
                <mxCell id="18" value="" style="edgeStyle=elbowEdgeStyle;html=1;endArrow=block;dashed=0;elbow=vertical;endFill=1;entryX=0;entryY=0.5;entryDx=0;entryDy=0;entryPerimeter=0;exitX=1;exitY=0.5;exitDx=0;exitDy=0;exitPerimeter=0;" parent="1" source="8" target="10" edge="1">
                    <mxGeometry width="160" relative="1" as="geometry">
                        <mxPoint x="340" y="450" as="sourcePoint"/>
                        <mxPoint x="500" y="450" as="targetPoint"/>
                    </mxGeometry>
                </mxCell>
                <mxCell id="19" value="" style="edgeStyle=elbowEdgeStyle;html=1;endArrow=block;dashed=0;elbow=vertical;endFill=1;exitX=1;exitY=0.5;exitDx=0;exitDy=0;exitPerimeter=0;" parent="1" source="9" edge="1">
                    <mxGeometry width="160" relative="1" as="geometry">
                        <mxPoint x="270" y="135" as="sourcePoint"/>
                        <mxPoint x="160" y="125" as="targetPoint"/>
                    </mxGeometry>
                </mxCell>
                <mxCell id="20" value="" style="edgeStyle=elbowEdgeStyle;html=1;endArrow=block;dashed=0;elbow=vertical;endFill=1;entryX=0.5;entryY=0;entryDx=0;entryDy=0;entryPerimeter=0;exitX=0.5;exitY=0;exitDx=0;exitDy=0;exitPerimeter=0;" parent="1" source="13" target="8" edge="1">
                    <mxGeometry width="160" relative="1" as="geometry">
                        <mxPoint x="280" y="145" as="sourcePoint"/>
                        <mxPoint x="320" y="145" as="targetPoint"/>
                        <Array as="points">
                            <mxPoint x="420" y="60"/>
                        </Array>
                    </mxGeometry>
                </mxCell>
                <mxCell id="21" value="" style="edgeStyle=elbowEdgeStyle;html=1;endArrow=block;dashed=0;elbow=vertical;endFill=1;entryX=0.5;entryY=1;entryDx=0;entryDy=0;entryPerimeter=0;exitX=1;exitY=0.5;exitDx=0;exitDy=0;exitPerimeter=0;" parent="1" source="15" target="12" edge="1">
                    <mxGeometry width="160" relative="1" as="geometry">
                        <mxPoint x="500" y="210" as="sourcePoint"/>
                        <mxPoint x="500" y="450" as="targetPoint"/>
                        <Array as="points">
                            <mxPoint x="450" y="190"/>
                        </Array>
                    </mxGeometry>
                </mxCell>
                <mxCell id="22" value="Katlegging (verktøy)" style="html=1;outlineConnect=0;whiteSpace=wrap;fillColor=#F5DEAA;shape=mxgraph.archimate3.application;appType=capability;archiType=rounded;" parent="1" vertex="1">
                    <mxGeometry x="300" y="300" width="100" height="52.5" as="geometry"/>
                </mxCell>
                <mxCell id="23" value="Symptom-kartlegging" style="html=1;outlineConnect=0;whiteSpace=wrap;fillColor=#F5DEAA;shape=mxgraph.archimate3.application;appType=capability;archiType=rounded;" parent="1" vertex="1">
                    <mxGeometry x="160" y="300" width="100" height="52.5" as="geometry"/>
                </mxCell>
                <mxCell id="24" value="Tjenesteveivisning" style="html=1;outlineConnect=0;whiteSpace=wrap;fillColor=#F5DEAA;shape=mxgraph.archimate3.application;appType=capability;archiType=rounded;" parent="1" vertex="1">
                    <mxGeometry x="300" y="380" width="100" height="52.5" as="geometry"/>
                </mxCell>
                <mxCell id="25" value="Egenmestring (verktøy)" style="html=1;outlineConnect=0;whiteSpace=wrap;fillColor=#F5DEAA;shape=mxgraph.archimate3.application;appType=capability;archiType=rounded;" parent="1" vertex="1">
                    <mxGeometry x="440" y="300" width="100" height="52.5" as="geometry"/>
                </mxCell>
                <mxCell id="27" value="Egenmestring (forebyggings verktøy)" style="html=1;outlineConnect=0;whiteSpace=wrap;fillColor=#F5DEAA;shape=mxgraph.archimate3.application;appType=capability;archiType=rounded;" parent="1" vertex="1">
                    <mxGeometry x="20" y="300" width="100" height="52.5" as="geometry"/>
                </mxCell>
                <mxCell id="28" value="eBehandling" style="html=1;outlineConnect=0;whiteSpace=wrap;fillColor=#F5DEAA;shape=mxgraph.archimate3.application;appType=capability;archiType=rounded;" parent="1" vertex="1">
                    <mxGeometry x="580" y="300" width="100" height="52.5" as="geometry"/>
                </mxCell>
                <mxCell id="29" value="Veiledet Egenmestring (verktøy)" style="html=1;outlineConnect=0;whiteSpace=wrap;fillColor=#F5DEAA;shape=mxgraph.archimate3.application;appType=capability;archiType=rounded;" parent="1" vertex="1">
                    <mxGeometry x="580" y="380" width="100" height="52.5" as="geometry"/>
                </mxCell>
                <mxCell id="30" value="Fastlege, Spesialist, legevakt etc" style="html=1;outlineConnect=0;whiteSpace=wrap;fillColor=#F5DEAA;shape=mxgraph.archimate3.application;appType=valueStream;archiType=rounded;" parent="1" vertex="1">
                    <mxGeometry x="720" y="100" width="100" height="50" as="geometry"/>
                </mxCell>
                <mxCell id="32" value="" style="edgeStyle=elbowEdgeStyle;html=1;endArrow=block;dashed=0;elbow=vertical;endFill=1;entryX=0.5;entryY=1;entryDx=0;entryDy=0;entryPerimeter=0;exitX=0.5;exitY=1;exitDx=0;exitDy=0;exitPerimeter=0;" parent="1" source="15" target="30" edge="1">
                    <mxGeometry width="160" relative="1" as="geometry">
                        <mxPoint x="340" y="360" as="sourcePoint"/>
                        <mxPoint x="500" y="360" as="targetPoint"/>
                        <Array as="points">
                            <mxPoint x="560" y="250"/>
                        </Array>
                    </mxGeometry>
                </mxCell>
                <mxCell id="33" value="" style="edgeStyle=elbowEdgeStyle;html=1;endArrow=block;dashed=0;elbow=vertical;endFill=1;entryX=0.5;entryY=0;entryDx=0;entryDy=0;entryPerimeter=0;exitX=0.5;exitY=0;exitDx=0;exitDy=0;exitPerimeter=0;" parent="1" source="30" target="9" edge="1">
                    <mxGeometry width="160" relative="1" as="geometry">
                        <mxPoint x="340" y="360" as="sourcePoint"/>
                        <mxPoint x="500" y="360" as="targetPoint"/>
                        <Array as="points">
                            <mxPoint x="420" y="40"/>
                        </Array>
                    </mxGeometry>
                </mxCell>
                <mxCell id="34" value="Journalføring" style="html=1;outlineConnect=0;whiteSpace=wrap;fillColor=#F5DEAA;shape=mxgraph.archimate3.application;appType=capability;archiType=rounded;" parent="1" vertex="1">
                    <mxGeometry x="720" y="300" width="100" height="52.5" as="geometry"/>
                </mxCell>
                <mxCell id="35" value="" style="edgeStyle=elbowEdgeStyle;html=1;endArrow=block;dashed=0;elbow=vertical;endFill=1;entryX=0;entryY=0.5;entryDx=0;entryDy=0;entryPerimeter=0;exitX=1;exitY=0.5;exitDx=0;exitDy=0;exitPerimeter=0;" parent="1" source="13" target="30" edge="1">
                    <mxGeometry width="160" relative="1" as="geometry">
                        <mxPoint x="340" y="360" as="sourcePoint"/>
                        <mxPoint x="500" y="360" as="targetPoint"/>
                    </mxGeometry>
                </mxCell>
                <mxCell id="36" value="KI symptom-kartlegging" style="html=1;outlineConnect=0;whiteSpace=wrap;fillColor=#FFB366;shape=mxgraph.archimate3.application;appType=capability;archiType=rounded;" parent="1" vertex="1">
                    <mxGeometry x="160" y="560" width="100" height="52.5" as="geometry"/>
                </mxCell>
                <mxCell id="37" value="KI veivisning" style="html=1;outlineConnect=0;whiteSpace=wrap;fillColor=#FFB366;shape=mxgraph.archimate3.application;appType=capability;archiType=rounded;" parent="1" vertex="1">
                    <mxGeometry x="300" y="560" width="100" height="52.5" as="geometry"/>
                </mxCell>
                <mxCell id="38" value="KI egenmestring" style="html=1;outlineConnect=0;whiteSpace=wrap;fillColor=#FFB366;shape=mxgraph.archimate3.application;appType=capability;archiType=rounded;" parent="1" vertex="1">
                    <mxGeometry x="440" y="560" width="100" height="52.5" as="geometry"/>
                </mxCell>
                <mxCell id="39" value="KI eBehandling" style="html=1;outlineConnect=0;whiteSpace=wrap;fillColor=#FFB366;shape=mxgraph.archimate3.application;appType=capability;archiType=rounded;" parent="1" vertex="1">
                    <mxGeometry x="580" y="560" width="100" height="52.5" as="geometry"/>
                </mxCell>
                <mxCell id="40" value="KI assistert journalføring" style="html=1;outlineConnect=0;whiteSpace=wrap;fillColor=#FFB366;shape=mxgraph.archimate3.application;appType=capability;archiType=rounded;" parent="1" vertex="1">
                    <mxGeometry x="720" y="560" width="100" height="52.5" as="geometry"/>
                </mxCell>
                <mxCell id="41" value="Samhandling" style="html=1;outlineConnect=0;whiteSpace=wrap;fillColor=#F5DEAA;shape=mxgraph.archimate3.application;appType=capability;archiType=rounded;" parent="1" vertex="1">
                    <mxGeometry x="300" y="760" width="520" height="30" as="geometry"/>
                </mxCell>
                <mxCell id="43" value="" style="endArrow=none;dashed=1;html=1;" parent="1" edge="1">
                    <mxGeometry width="50" height="50" relative="1" as="geometry">
                        <mxPoint x="20" y="270" as="sourcePoint"/>
                        <mxPoint x="840" y="270" as="targetPoint"/>
                        <Array as="points">
                            <mxPoint x="430" y="270"/>
                        </Array>
                    </mxGeometry>
                </mxCell>
                <mxCell id="44" value="" style="endArrow=none;dashed=1;html=1;" parent="1" edge="1">
                    <mxGeometry width="50" height="50" relative="1" as="geometry">
                        <mxPoint x="20" y="540" as="sourcePoint"/>
                        <mxPoint x="840" y="540" as="targetPoint"/>
                        <Array as="points">
                            <mxPoint x="430" y="540"/>
                        </Array>
                    </mxGeometry>
                </mxCell>
                <mxCell id="45" value="" style="endArrow=none;dashed=1;html=1;" parent="1" edge="1">
                    <mxGeometry width="50" height="50" relative="1" as="geometry">
                        <mxPoint x="20" y="630" as="sourcePoint"/>
                        <mxPoint x="840" y="630" as="targetPoint"/>
                        <Array as="points">
                            <mxPoint x="430" y="630"/>
                        </Array>
                    </mxGeometry>
                </mxCell>
                <mxCell id="46" value="Økosystem fasilitering" style="html=1;outlineConnect=0;whiteSpace=wrap;fillColor=#F5DEAA;shape=mxgraph.archimate3.application;appType=capability;archiType=rounded;" parent="1" vertex="1">
                    <mxGeometry x="20" y="660" width="660" height="30" as="geometry"/>
                </mxCell>
                <mxCell id="47" value="Planlegging" style="html=1;outlineConnect=0;whiteSpace=wrap;fillColor=#F5DEAA;shape=mxgraph.archimate3.application;appType=capability;archiType=rounded;" parent="1" vertex="1">
                    <mxGeometry x="300" y="710" width="520" height="30" as="geometry"/>
                </mxCell>
                <mxCell id="50" value="KI kapabiliteter" style="text;html=1;align=left;verticalAlign=middle;whiteSpace=wrap;rounded=0;" parent="1" vertex="1">
                    <mxGeometry x="20" y="540" width="120" height="30" as="geometry"/>
                </mxCell>
                <mxCell id="51" value="Forenklet tjenestereise" style="text;html=1;align=left;verticalAlign=middle;whiteSpace=wrap;rounded=0;" parent="1" vertex="1">
                    <mxGeometry x="20" width="130" height="30" as="geometry"/>
                </mxCell>
                <mxCell id="54" value="Innbygger / kliniker" style="text;html=1;align=left;verticalAlign=middle;whiteSpace=wrap;rounded=0;" parent="1" vertex="1">
                    <mxGeometry x="20" y="270" width="120" height="30" as="geometry"/>
                </mxCell>
                <mxCell id="56" value="Grunnleggende kapabiliteter" style="text;html=1;align=left;verticalAlign=middle;whiteSpace=wrap;rounded=0;" parent="1" vertex="1">
                    <mxGeometry x="20" y="630" width="170" height="30" as="geometry"/>
                </mxCell>
                <mxCell id="58" value="Henvise /medisinere" style="html=1;outlineConnect=0;whiteSpace=wrap;fillColor=#F5DEAA;shape=mxgraph.archimate3.application;appType=valueStream;archiType=rounded;" parent="1" vertex="1">
                    <mxGeometry x="580" y="180" width="100" height="50" as="geometry"/>
                </mxCell>
                <mxCell id="59" value="" style="edgeStyle=elbowEdgeStyle;html=1;endArrow=block;dashed=0;elbow=vertical;endFill=1;exitX=1;exitY=0.75;exitDx=0;exitDy=0;exitPerimeter=0;entryX=0;entryY=0.5;entryDx=0;entryDy=0;entryPerimeter=0;" parent="1" source="15" target="58" edge="1">
                    <mxGeometry width="160" relative="1" as="geometry">
                        <mxPoint x="410" y="215" as="sourcePoint"/>
                        <mxPoint x="550" y="220" as="targetPoint"/>
                        <Array as="points">
                            <mxPoint x="450" y="220"/>
                        </Array>
                    </mxGeometry>
                </mxCell>
                <mxCell id="60" value="" style="edgeStyle=elbowEdgeStyle;html=1;endArrow=block;dashed=0;elbow=vertical;endFill=1;exitX=1;exitY=0.5;exitDx=0;exitDy=0;exitPerimeter=0;entryX=0.25;entryY=1;entryDx=0;entryDy=0;entryPerimeter=0;" parent="1" source="58" target="30" edge="1">
                    <mxGeometry width="160" relative="1" as="geometry">
                        <mxPoint x="410" y="228" as="sourcePoint"/>
                        <mxPoint x="590" y="215" as="targetPoint"/>
                        <Array as="points">
                            <mxPoint x="720" y="205"/>
                        </Array>
                    </mxGeometry>
                </mxCell>
                <mxCell id="61" value="Egen-henvisning og -medisinering" style="html=1;outlineConnect=0;whiteSpace=wrap;fillColor=#F5DEAA;shape=mxgraph.archimate3.application;appType=capability;archiType=rounded;" parent="1" vertex="1">
                    <mxGeometry x="580" y="460" width="100" height="52.5" as="geometry"/>
                </mxCell>
                <mxCell id="62" value="Bestilling" style="html=1;outlineConnect=0;whiteSpace=wrap;fillColor=#F5DEAA;shape=mxgraph.archimate3.application;appType=capability;archiType=rounded;" parent="1" vertex="1">
                    <mxGeometry x="300" y="460" width="100" height="52.5" as="geometry"/>
                </mxCell>
            </root>
        </mxGraphModel>
    </diagram>
    <diagram id="QePevzOGQcMEyxp_wbvx" name="verdikjede-verdi">
-         <mxGraphModel dx="986" dy="546" grid="1" gridSize="10" guides="1" tooltips="1" connect="1" arrows="1" fold="1" page="1" pageScale="1" pageWidth="1169" pageHeight="827" math="0" shadow="0">
+         <mxGraphModel dx="2185" dy="899" grid="1" gridSize="10" guides="1" tooltips="1" connect="1" arrows="1" fold="1" page="1" pageScale="1" pageWidth="1169" pageHeight="827" math="0" shadow="0">
            <root>
                <mxCell id="0"/>
                <mxCell id="1" parent="0"/>
                <mxCell id="t-pgimBPQop8rT4Ed4PY-1" value="Oppleve Symptomer" style="html=1;outlineConnect=0;whiteSpace=wrap;fillColor=#F5DEAA;shape=mxgraph.archimate3.application;appType=valueStream;archiType=rounded;" parent="1" vertex="1">
                    <mxGeometry x="40" y="120" width="100" height="50" as="geometry"/>
                </mxCell>
                <mxCell id="t-pgimBPQop8rT4Ed4PY-2" value="Forebygge" style="html=1;outlineConnect=0;whiteSpace=wrap;fillColor=#F5DEAA;shape=mxgraph.archimate3.application;appType=valueStream;archiType=rounded;" parent="1" vertex="1">
                    <mxGeometry x="40" y="200" width="100" height="50" as="geometry"/>
                </mxCell>
                <mxCell id="t-pgimBPQop8rT4Ed4PY-3" value="" style="edgeStyle=none;html=1;" parent="1" source="t-pgimBPQop8rT4Ed4PY-4" target="t-pgimBPQop8rT4Ed4PY-8" edge="1">
                    <mxGeometry relative="1" as="geometry"/>
                </mxCell>
                <mxCell id="t-pgimBPQop8rT4Ed4PY-4" value="Kartlegge" style="html=1;outlineConnect=0;whiteSpace=wrap;fillColor=#F5DEAA;shape=mxgraph.archimate3.application;appType=valueStream;archiType=rounded;" parent="1" vertex="1">
                    <mxGeometry x="180" y="120" width="100" height="50" as="geometry"/>
                </mxCell>
                <mxCell id="t-pgimBPQop8rT4Ed4PY-5" value="" style="edgeStyle=none;html=1;" parent="1" source="t-pgimBPQop8rT4Ed4PY-6" target="t-pgimBPQop8rT4Ed4PY-7" edge="1">
                    <mxGeometry relative="1" as="geometry"/>
                </mxCell>
                <mxCell id="t-pgimBPQop8rT4Ed4PY-6" value="Egenmestre" style="html=1;outlineConnect=0;whiteSpace=wrap;fillColor=#F5DEAA;shape=mxgraph.archimate3.application;appType=valueStream;archiType=rounded;" parent="1" vertex="1">
                    <mxGeometry x="320" y="120" width="100" height="50" as="geometry"/>
                </mxCell>
                <mxCell id="t-pgimBPQop8rT4Ed4PY-7" value="Veiledet selvhjelp" style="html=1;outlineConnect=0;whiteSpace=wrap;fillColor=#F5DEAA;shape=mxgraph.archimate3.application;appType=valueStream;archiType=rounded;" parent="1" vertex="1">
                    <mxGeometry x="460" y="120" width="100" height="50" as="geometry"/>
                </mxCell>
                <mxCell id="t-pgimBPQop8rT4Ed4PY-8" value="Veivise til tjenesten" style="html=1;outlineConnect=0;whiteSpace=wrap;fillColor=#F5DEAA;shape=mxgraph.archimate3.application;appType=valueStream;archiType=rounded;" parent="1" vertex="1">
                    <mxGeometry x="180" y="200" width="100" height="50" as="geometry"/>
                </mxCell>
                <mxCell id="t-pgimBPQop8rT4Ed4PY-9" value="" style="edgeStyle=elbowEdgeStyle;html=1;endArrow=block;dashed=0;elbow=vertical;endFill=1;exitX=1;exitY=0.5;exitDx=0;exitDy=0;exitPerimeter=0;entryX=0;entryY=0.5;entryDx=0;entryDy=0;entryPerimeter=0;" parent="1" source="t-pgimBPQop8rT4Ed4PY-4" target="t-pgimBPQop8rT4Ed4PY-6" edge="1">
                    <mxGeometry width="160" relative="1" as="geometry">
                        <mxPoint x="220" y="470" as="sourcePoint"/>
                        <mxPoint x="380" y="470" as="targetPoint"/>
                    </mxGeometry>
                </mxCell>
                <mxCell id="t-pgimBPQop8rT4Ed4PY-10" value="" style="edgeStyle=elbowEdgeStyle;html=1;endArrow=block;dashed=0;elbow=vertical;endFill=1;entryX=0;entryY=0.5;entryDx=0;entryDy=0;entryPerimeter=0;exitX=1;exitY=0.5;exitDx=0;exitDy=0;exitPerimeter=0;" parent="1" source="t-pgimBPQop8rT4Ed4PY-1" target="t-pgimBPQop8rT4Ed4PY-4" edge="1">
                    <mxGeometry width="160" relative="1" as="geometry">
                        <mxPoint x="220" y="470" as="sourcePoint"/>
                        <mxPoint x="380" y="470" as="targetPoint"/>
                    </mxGeometry>
                </mxCell>
                <mxCell id="t-pgimBPQop8rT4Ed4PY-11" value="" style="edgeStyle=elbowEdgeStyle;html=1;endArrow=block;dashed=0;elbow=vertical;endFill=1;exitX=0.5;exitY=0;exitDx=0;exitDy=0;exitPerimeter=0;entryX=0.5;entryY=1;entryDx=0;entryDy=0;entryPerimeter=0;" parent="1" source="t-pgimBPQop8rT4Ed4PY-2" target="t-pgimBPQop8rT4Ed4PY-1" edge="1">
                    <mxGeometry width="160" relative="1" as="geometry">
                        <mxPoint x="150" y="155" as="sourcePoint"/>
                        <mxPoint x="40" y="145" as="targetPoint"/>
                    </mxGeometry>
                </mxCell>
                <mxCell id="t-pgimBPQop8rT4Ed4PY-13" value="" style="edgeStyle=elbowEdgeStyle;html=1;endArrow=block;dashed=0;elbow=vertical;endFill=1;entryX=0.5;entryY=1;entryDx=0;entryDy=0;entryPerimeter=0;exitX=1;exitY=0.5;exitDx=0;exitDy=0;exitPerimeter=0;" parent="1" source="t-pgimBPQop8rT4Ed4PY-8" target="t-pgimBPQop8rT4Ed4PY-6" edge="1">
                    <mxGeometry width="160" relative="1" as="geometry">
                        <mxPoint x="380" y="230" as="sourcePoint"/>
                        <mxPoint x="380" y="470" as="targetPoint"/>
                        <Array as="points">
                            <mxPoint x="320" y="230"/>
                        </Array>
                    </mxGeometry>
                </mxCell>
                <mxCell id="t-pgimBPQop8rT4Ed4PY-14" value="Fastlege, Spesialist, legevakt etc" style="html=1;outlineConnect=0;whiteSpace=wrap;fillColor=#F5DEAA;shape=mxgraph.archimate3.application;appType=valueStream;archiType=rounded;" parent="1" vertex="1">
                    <mxGeometry x="460" y="290" width="100" height="50" as="geometry"/>
                </mxCell>
                <mxCell id="t-pgimBPQop8rT4Ed4PY-15" value="" style="edgeStyle=elbowEdgeStyle;html=1;endArrow=block;dashed=0;elbow=vertical;endFill=1;entryX=0;entryY=0.5;entryDx=0;entryDy=0;entryPerimeter=0;exitX=0.5;exitY=1;exitDx=0;exitDy=0;exitPerimeter=0;" parent="1" source="t-pgimBPQop8rT4Ed4PY-8" target="t-pgimBPQop8rT4Ed4PY-14" edge="1">
                    <mxGeometry width="160" relative="1" as="geometry">
                        <mxPoint x="220" y="380" as="sourcePoint"/>
                        <mxPoint x="380" y="380" as="targetPoint"/>
                        <Array as="points">
                            <mxPoint x="350" y="310"/>
                        </Array>
                    </mxGeometry>
                </mxCell>
                <mxCell id="t-pgimBPQop8rT4Ed4PY-17" value="" style="edgeStyle=elbowEdgeStyle;html=1;endArrow=block;dashed=0;elbow=vertical;endFill=1;entryX=1;entryY=0.5;entryDx=0;entryDy=0;entryPerimeter=0;exitX=1;exitY=0.5;exitDx=0;exitDy=0;exitPerimeter=0;" parent="1" source="t-pgimBPQop8rT4Ed4PY-7" target="t-pgimBPQop8rT4Ed4PY-14" edge="1">
                    <mxGeometry width="160" relative="1" as="geometry">
                        <mxPoint x="220" y="380" as="sourcePoint"/>
                        <mxPoint x="380" y="380" as="targetPoint"/>
                        <Array as="points">
                            <mxPoint x="620" y="230"/>
                        </Array>
                    </mxGeometry>
                </mxCell>
                <mxCell id="t-pgimBPQop8rT4Ed4PY-19" value="Henvise /medisinere" style="html=1;outlineConnect=0;whiteSpace=wrap;fillColor=#F5DEAA;shape=mxgraph.archimate3.application;appType=valueStream;archiType=rounded;" parent="1" vertex="1">
                    <mxGeometry x="460" y="200" width="100" height="50" as="geometry"/>
                </mxCell>
                <mxCell id="t-pgimBPQop8rT4Ed4PY-20" value="" style="edgeStyle=elbowEdgeStyle;html=1;endArrow=block;dashed=0;elbow=vertical;endFill=1;exitX=1;exitY=0.75;exitDx=0;exitDy=0;exitPerimeter=0;" parent="1" source="t-pgimBPQop8rT4Ed4PY-8" edge="1">
                    <mxGeometry width="160" relative="1" as="geometry">
                        <mxPoint x="290" y="235" as="sourcePoint"/>
                        <mxPoint x="460" y="238" as="targetPoint"/>
                        <Array as="points">
                            <mxPoint x="330" y="240"/>
                        </Array>
                    </mxGeometry>
                </mxCell>
                <mxCell id="t-pgimBPQop8rT4Ed4PY-21" value="" style="edgeStyle=elbowEdgeStyle;html=1;endArrow=block;dashed=0;elbow=vertical;endFill=1;exitX=1;exitY=0.5;exitDx=0;exitDy=0;exitPerimeter=0;entryX=1;entryY=0.25;entryDx=0;entryDy=0;entryPerimeter=0;" parent="1" source="t-pgimBPQop8rT4Ed4PY-19" target="t-pgimBPQop8rT4Ed4PY-14" edge="1">
                    <mxGeometry width="160" relative="1" as="geometry">
                        <mxPoint x="290" y="248" as="sourcePoint"/>
                        <mxPoint x="470" y="235" as="targetPoint"/>
                        <Array as="points">
                            <mxPoint x="600" y="260"/>
                        </Array>
                    </mxGeometry>
                </mxCell>
                <mxCell id="t-pgimBPQop8rT4Ed4PY-22" value="Rask behandling på riktig omsorgsnivå" style="html=1;outlineConnect=0;whiteSpace=wrap;fillColor=#CCCCFF;shape=mxgraph.archimate3.application;appType=goal;archiType=oct;" parent="1" vertex="1">
                    <mxGeometry x="640" y="110" width="120" height="60" as="geometry"/>
                </mxCell>
                <mxCell id="t-pgimBPQop8rT4Ed4PY-24" value="Behandling på lavest mulig omsorgsnivå" style="html=1;outlineConnect=0;whiteSpace=wrap;fillColor=#CCCCFF;shape=mxgraph.archimate3.application;appType=goal;archiType=oct;" parent="1" vertex="1">
                    <mxGeometry x="640" y="200" width="120" height="60" as="geometry"/>
                </mxCell>
                <mxCell id="t-pgimBPQop8rT4Ed4PY-26" value="Innnbygger" style="html=1;outlineConnect=0;whiteSpace=wrap;fillColor=#CCCCFF;shape=mxgraph.archimate3.role;" parent="1" vertex="1">
                    <mxGeometry x="640" y="30" width="120" height="50" as="geometry"/>
                </mxCell>
                <mxCell id="t-pgimBPQop8rT4Ed4PY-27" value="Helsetjenesten" style="html=1;outlineConnect=0;whiteSpace=wrap;fillColor=#CCCCFF;shape=mxgraph.archimate3.role;" parent="1" vertex="1">
                    <mxGeometry x="640" y="290" width="120" height="50" as="geometry"/>
                </mxCell>
                <mxCell id="t-pgimBPQop8rT4Ed4PY-28" value="" style="edgeStyle=elbowEdgeStyle;html=1;endArrow=none;elbow=vertical;entryX=0.5;entryY=1;entryDx=0;entryDy=0;entryPerimeter=0;exitX=0.5;exitY=0;exitDx=0;exitDy=0;exitPerimeter=0;" parent="1" source="t-pgimBPQop8rT4Ed4PY-27" target="t-pgimBPQop8rT4Ed4PY-24" edge="1">
                    <mxGeometry width="160" relative="1" as="geometry">
                        <mxPoint x="500" y="430" as="sourcePoint"/>
                        <mxPoint x="660" y="430" as="targetPoint"/>
                    </mxGeometry>
                </mxCell>
                <mxCell id="t-pgimBPQop8rT4Ed4PY-29" value="" style="edgeStyle=elbowEdgeStyle;html=1;endArrow=none;elbow=vertical;entryX=0.5;entryY=1;entryDx=0;entryDy=0;entryPerimeter=0;exitX=0.5;exitY=0;exitDx=0;exitDy=0;exitPerimeter=0;" parent="1" source="t-pgimBPQop8rT4Ed4PY-22" target="t-pgimBPQop8rT4Ed4PY-26" edge="1">
                    <mxGeometry width="160" relative="1" as="geometry">
                        <mxPoint x="710" y="305" as="sourcePoint"/>
                        <mxPoint x="710" y="260" as="targetPoint"/>
                    </mxGeometry>
                </mxCell>
                <mxCell id="t-pgimBPQop8rT4Ed4PY-30" value="" style="endArrow=block;html=1;endFill=0;edgeStyle=elbowEdgeStyle;elbow=vertical;entryX=0.5;entryY=1;entryDx=0;entryDy=0;entryPerimeter=0;" parent="1" target="t-pgimBPQop8rT4Ed4PY-22" edge="1">
                    <mxGeometry width="160" relative="1" as="geometry">
                        <mxPoint x="700" y="200" as="sourcePoint"/>
                        <mxPoint x="660" y="430" as="targetPoint"/>
                    </mxGeometry>
                </mxCell>
                <mxCell id="t-pgimBPQop8rT4Ed4PY-31" value="+" style="edgeStyle=elbowEdgeStyle;html=1;endArrow=open;elbow=vertical;endFill=0;dashed=1;dashPattern=6 4;exitX=1;exitY=0.25;exitDx=0;exitDy=0;exitPerimeter=0;" parent="1" source="t-pgimBPQop8rT4Ed4PY-7" target="t-pgimBPQop8rT4Ed4PY-22" edge="1">
                    <mxGeometry x="0.2469" y="1" relative="1" as="geometry">
                        <mxPoint x="500" y="430" as="sourcePoint"/>
                        <mxPoint x="660" y="430" as="targetPoint"/>
                        <mxPoint x="1" y="1" as="offset"/>
                    </mxGeometry>
                </mxCell>
                <mxCell id="3GNly8swfIl7gGlAvl97-1" value="Klare mer selv" style="html=1;outlineConnect=0;whiteSpace=wrap;fillColor=#CCCCFF;shape=mxgraph.archimate3.application;appType=goal;archiType=oct;" parent="1" vertex="1">
                    <mxGeometry x="450" y="30" width="120" height="50" as="geometry"/>
                </mxCell>
                <mxCell id="3GNly8swfIl7gGlAvl97-2" value="Behandle flere med færre hender" style="html=1;outlineConnect=0;whiteSpace=wrap;fillColor=#CCCCFF;shape=mxgraph.archimate3.application;appType=goal;archiType=oct;" parent="1" vertex="1">
                    <mxGeometry x="800" y="200" width="120" height="60" as="geometry"/>
                </mxCell>
                <mxCell id="3GNly8swfIl7gGlAvl97-3" value="Sammenhengende tjenester" style="html=1;outlineConnect=0;whiteSpace=wrap;fillColor=#CCCCFF;shape=mxgraph.archimate3.application;appType=goal;archiType=oct;" parent="1" vertex="1">
                    <mxGeometry x="800" y="110" width="120" height="60" as="geometry"/>
                </mxCell>
                <mxCell id="3GNly8swfIl7gGlAvl97-4" value="+" style="edgeStyle=elbowEdgeStyle;html=1;endArrow=open;elbow=vertical;endFill=0;dashed=1;dashPattern=6 4;exitX=0.5;exitY=0;exitDx=0;exitDy=0;exitPerimeter=0;entryX=0.5;entryY=1;entryDx=0;entryDy=0;entryPerimeter=0;" parent="1" source="t-pgimBPQop8rT4Ed4PY-7" target="3GNly8swfIl7gGlAvl97-1" edge="1">
                    <mxGeometry x="0.2469" y="1" relative="1" as="geometry">
                        <mxPoint x="570" y="143" as="sourcePoint"/>
                        <mxPoint x="650" y="143" as="targetPoint"/>
                        <mxPoint x="1" y="1" as="offset"/>
                    </mxGeometry>
                </mxCell>
                <mxCell id="3GNly8swfIl7gGlAvl97-5" value="" style="edgeStyle=elbowEdgeStyle;html=1;endArrow=none;elbow=vertical;entryX=0;entryY=0.5;entryDx=0;entryDy=0;entryPerimeter=0;exitX=1;exitY=0.5;exitDx=0;exitDy=0;exitPerimeter=0;" parent="1" source="3GNly8swfIl7gGlAvl97-1" target="t-pgimBPQop8rT4Ed4PY-26" edge="1">
                    <mxGeometry width="160" relative="1" as="geometry">
                        <mxPoint x="710" y="120" as="sourcePoint"/>
                        <mxPoint x="710" y="90" as="targetPoint"/>
                    </mxGeometry>
                </mxCell>
                <mxCell id="XD-bJeYkI-AFAmwgRQcM-1" value="Riktig behandling av god kvalitet" style="html=1;outlineConnect=0;whiteSpace=wrap;fillColor=#CCCCFF;shape=mxgraph.archimate3.application;appType=goal;archiType=oct;" parent="1" vertex="1">
                    <mxGeometry x="800" y="30" width="120" height="50" as="geometry"/>
                </mxCell>
                <mxCell id="tcc9w6u4mDXMCJ0TJktX-1" value="" style="edgeStyle=elbowEdgeStyle;html=1;endArrow=none;elbow=vertical;entryX=0;entryY=0.5;entryDx=0;entryDy=0;entryPerimeter=0;exitX=1;exitY=0.5;exitDx=0;exitDy=0;exitPerimeter=0;" parent="1" source="t-pgimBPQop8rT4Ed4PY-26" target="XD-bJeYkI-AFAmwgRQcM-1" edge="1">
                    <mxGeometry width="160" relative="1" as="geometry">
                        <mxPoint x="580" y="65" as="sourcePoint"/>
                        <mxPoint x="650" y="65" as="targetPoint"/>
                    </mxGeometry>
                </mxCell>
            </root>
        </mxGraphModel>
    </diagram>
    <diagram id="O3QjiOL2nl1_qWtQnt6R" name="tjeneste-kjede">
-         <mxGraphModel dx="986" dy="546" grid="1" gridSize="10" guides="1" tooltips="1" connect="1" arrows="1" fold="1" page="1" pageScale="1" pageWidth="1169" pageHeight="827" math="0" shadow="0">
+         <mxGraphModel dx="2185" dy="899" grid="1" gridSize="10" guides="1" tooltips="1" connect="1" arrows="1" fold="1" page="1" pageScale="1" pageWidth="1169" pageHeight="827" math="0" shadow="0">
            <root>
                <mxCell id="0"/>
                <mxCell id="1" parent="0"/>
                <mxCell id="z8HnSQFQwWD63jmKV9dQ-6" value="Hendelseskapabiliteter&lt;div&gt;&lt;br&gt;&lt;/div&gt;&lt;div&gt;&lt;br&gt;&lt;/div&gt;&lt;div&gt;&lt;br&gt;&lt;/div&gt;&lt;div&gt;&lt;br&gt;&lt;/div&gt;&lt;div&gt;&lt;br&gt;&lt;/div&gt;&lt;div&gt;&lt;br&gt;&lt;/div&gt;&lt;div&gt;&lt;br&gt;&lt;/div&gt;&lt;div&gt;&lt;br&gt;&lt;/div&gt;&lt;div style=&quot;&quot;&gt;&lt;br&gt;&lt;/div&gt;" style="html=1;outlineConnect=0;whiteSpace=wrap;shape=mxgraph.archimate3.application;appType=grouping;archiType=square;dashed=1;fillColor=none;align=left;" parent="1" vertex="1">
                    <mxGeometry x="10" y="410" width="230" height="165" as="geometry"/>
                </mxCell>
                <mxCell id="BuL-0O40kC-6M-j3F13p-1" value="Data" style="html=1;outlineConnect=0;whiteSpace=wrap;fillColor=#F5DEAA;shape=mxgraph.archimate3.application;appType=valueStream;archiType=rounded;" parent="1" vertex="1">
                    <mxGeometry x="380" y="340" width="100" height="50" as="geometry"/>
                </mxCell>
                <mxCell id="BuL-0O40kC-6M-j3F13p-2" value="Tjeneste leveranse" style="html=1;outlineConnect=0;whiteSpace=wrap;fillColor=#F5DEAA;shape=mxgraph.archimate3.application;appType=valueStream;archiType=rounded;" parent="1" vertex="1">
                    <mxGeometry x="250" y="190" width="100" height="50" as="geometry"/>
                </mxCell>
                <mxCell id="BuL-0O40kC-6M-j3F13p-3" value="Hendelse" style="html=1;outlineConnect=0;whiteSpace=wrap;fillColor=#F5DEAA;shape=mxgraph.archimate3.application;appType=valueStream;archiType=rounded;" parent="1" vertex="1">
                    <mxGeometry x="120" y="340" width="100" height="50" as="geometry"/>
                </mxCell>
                <mxCell id="bTM0hNlLQCSRTd3pSbjj-1" value="Innnbygger" style="html=1;outlineConnect=0;whiteSpace=wrap;fillColor=#CCCCFF;shape=mxgraph.archimate3.role;" parent="1" vertex="1">
                    <mxGeometry x="250" y="260" width="100" height="40" as="geometry"/>
                </mxCell>
                <mxCell id="D0IF6Y4VKBmNZ_BpnIoN-1" value="Behov" style="html=1;outlineConnect=0;whiteSpace=wrap;fillColor=#CCCCFF;shape=mxgraph.archimate3.application;appType=goal;archiType=oct;" parent="1" vertex="1">
                    <mxGeometry x="250" y="300" width="100" height="40" as="geometry"/>
                </mxCell>
                <mxCell id="lrqInNuPQVZC1IQ3DJ-A-1" value="Avtaler" style="html=1;outlineConnect=0;whiteSpace=wrap;fillColor=#F5DEAA;shape=mxgraph.archimate3.application;appType=capability;archiType=rounded;" parent="1" vertex="1">
                    <mxGeometry x="307.5" y="85" width="100" height="50" as="geometry"/>
                </mxCell>
                <mxCell id="lrqInNuPQVZC1IQ3DJ-A-2" value="Sandkasse og testing" style="html=1;outlineConnect=0;whiteSpace=wrap;fillColor=#F5DEAA;shape=mxgraph.archimate3.application;appType=capability;archiType=rounded;" parent="1" vertex="1">
                    <mxGeometry x="197.5" y="85" width="100" height="50" as="geometry"/>
                </mxCell>
                <mxCell id="lrqInNuPQVZC1IQ3DJ-A-3" value="Tjenesteforvaltning" style="html=1;outlineConnect=0;whiteSpace=wrap;fillColor=#F5DEAA;shape=mxgraph.archimate3.application;appType=capability;archiType=rounded;" parent="1" vertex="1">
                    <mxGeometry x="197.5" y="25" width="100" height="50" as="geometry"/>
                </mxCell>
                <mxCell id="lrqInNuPQVZC1IQ3DJ-A-4" value="Betaling" style="html=1;outlineConnect=0;whiteSpace=wrap;fillColor=#F5DEAA;shape=mxgraph.archimate3.application;appType=capability;archiType=rounded;" parent="1" vertex="1">
                    <mxGeometry x="307.5" y="25" width="100" height="50" as="geometry"/>
                </mxCell>
                <mxCell id="8IgC8LpuB7pLfF5Y-zzh-1" value="Samhandling/ deling" style="html=1;outlineConnect=0;whiteSpace=wrap;fillColor=#F5DEAA;shape=mxgraph.archimate3.application;appType=capability;archiType=rounded;direction=south;" parent="1" vertex="1">
                    <mxGeometry x="490" y="506" width="90" height="50" as="geometry"/>
                </mxCell>
                <mxCell id="8IgC8LpuB7pLfF5Y-zzh-2" value="Grunndata" style="html=1;outlineConnect=0;whiteSpace=wrap;fillColor=#F5DEAA;shape=mxgraph.archimate3.application;appType=capability;archiType=rounded;" parent="1" vertex="1">
                    <mxGeometry x="590" y="440" width="100" height="50" as="geometry"/>
                </mxCell>
                <mxCell id="8IgC8LpuB7pLfF5Y-zzh-3" value="Oppdaging og orkestrering" style="html=1;outlineConnect=0;whiteSpace=wrap;fillColor=#F5DEAA;shape=mxgraph.archimate3.application;appType=capability;archiType=rounded;direction=south;" parent="1" vertex="1">
                    <mxGeometry x="490" y="440" width="90" height="50" as="geometry"/>
                </mxCell>
                <mxCell id="8IgC8LpuB7pLfF5Y-zzh-4" value="Lagring?" style="html=1;outlineConnect=0;whiteSpace=wrap;fillColor=#FFCCCC;shape=mxgraph.archimate3.application;appType=capability;archiType=rounded;" parent="1" vertex="1">
                    <mxGeometry x="380" y="440" width="100" height="50" as="geometry"/>
                </mxCell>
                <mxCell id="8IgC8LpuB7pLfF5Y-zzh-5" value="Finne" style="html=1;outlineConnect=0;whiteSpace=wrap;fillColor=#F5DEAA;shape=mxgraph.archimate3.application;appType=capability;archiType=rounded;" parent="1" vertex="1">
                    <mxGeometry x="380" y="506" width="100" height="50" as="geometry"/>
                </mxCell>
                <mxCell id="8IgC8LpuB7pLfF5Y-zzh-6" value="Publisering" style="html=1;outlineConnect=0;whiteSpace=wrap;fillColor=#F5DEAA;shape=mxgraph.archimate3.application;appType=capability;archiType=rounded;" parent="1" vertex="1">
                    <mxGeometry x="130" y="439" width="90" height="50" as="geometry"/>
                </mxCell>
                <mxCell id="8IgC8LpuB7pLfF5Y-zzh-7" value="Abonnering" style="html=1;outlineConnect=0;whiteSpace=wrap;fillColor=#F5DEAA;shape=mxgraph.archimate3.application;appType=capability;archiType=rounded;" parent="1" vertex="1">
                    <mxGeometry x="30" y="439" width="90" height="50" as="geometry"/>
                </mxCell>
                <mxCell id="z8HnSQFQwWD63jmKV9dQ-1" value="" style="edgeStyle=orthogonalEdgeStyle;html=1;endArrow=block;dashed=0;elbow=vertical;endFill=1;exitX=1;exitY=0.5;exitDx=0;exitDy=0;exitPerimeter=0;entryX=0.5;entryY=0;entryDx=0;entryDy=0;entryPerimeter=0;" parent="1" source="BuL-0O40kC-6M-j3F13p-2" target="BuL-0O40kC-6M-j3F13p-1" edge="1">
                    <mxGeometry width="160" relative="1" as="geometry">
                        <mxPoint x="290" y="240" as="sourcePoint"/>
                        <mxPoint x="450" y="240" as="targetPoint"/>
                    </mxGeometry>
                </mxCell>
                <mxCell id="z8HnSQFQwWD63jmKV9dQ-2" value="" style="edgeStyle=orthogonalEdgeStyle;html=1;endArrow=block;dashed=0;elbow=vertical;endFill=1;exitX=0.5;exitY=0;exitDx=0;exitDy=0;exitPerimeter=0;entryX=0;entryY=0.5;entryDx=0;entryDy=0;entryPerimeter=0;" parent="1" source="BuL-0O40kC-6M-j3F13p-3" target="BuL-0O40kC-6M-j3F13p-2" edge="1">
                    <mxGeometry width="160" relative="1" as="geometry">
                        <mxPoint x="360" y="225" as="sourcePoint"/>
                        <mxPoint x="440" y="350" as="targetPoint"/>
                    </mxGeometry>
                </mxCell>
                <mxCell id="z8HnSQFQwWD63jmKV9dQ-3" value="" style="edgeStyle=orthogonalEdgeStyle;html=1;endArrow=block;dashed=0;elbow=vertical;endFill=1;exitX=0;exitY=0.5;exitDx=0;exitDy=0;exitPerimeter=0;entryX=1;entryY=0.5;entryDx=0;entryDy=0;entryPerimeter=0;" parent="1" source="BuL-0O40kC-6M-j3F13p-1" target="BuL-0O40kC-6M-j3F13p-3" edge="1">
                    <mxGeometry width="160" relative="1" as="geometry">
                        <mxPoint x="370" y="235" as="sourcePoint"/>
                        <mxPoint x="450" y="360" as="targetPoint"/>
                    </mxGeometry>
                </mxCell>
                <mxCell id="z8HnSQFQwWD63jmKV9dQ-4" value="Tjenesteleveranse&lt;div&gt;&lt;br&gt;&lt;/div&gt;&lt;div&gt;&lt;br&gt;&lt;/div&gt;&lt;div&gt;&lt;br&gt;&lt;/div&gt;&lt;div&gt;&lt;br&gt;&lt;/div&gt;&lt;div&gt;&lt;br&gt;&lt;/div&gt;&lt;div&gt;&lt;br&gt;&lt;/div&gt;&lt;div&gt;&lt;br&gt;&lt;/div&gt;&lt;div&gt;&lt;br&gt;&lt;/div&gt;&lt;div style=&quot;&quot;&gt;&lt;br&gt;&lt;/div&gt;" style="html=1;outlineConnect=0;whiteSpace=wrap;shape=mxgraph.archimate3.application;appType=grouping;archiType=square;dashed=1;fillColor=none;align=left;" parent="1" vertex="1">
                    <mxGeometry x="172.5" width="255" height="155" as="geometry"/>
                </mxCell>
                <mxCell id="z8HnSQFQwWD63jmKV9dQ-5" value="Datakapabiliteter&lt;div&gt;&lt;br&gt;&lt;/div&gt;&lt;div&gt;&lt;br&gt;&lt;/div&gt;&lt;div&gt;&lt;br&gt;&lt;/div&gt;&lt;div&gt;&lt;br&gt;&lt;/div&gt;&lt;div&gt;&lt;br&gt;&lt;/div&gt;&lt;div&gt;&lt;br&gt;&lt;/div&gt;&lt;div&gt;&lt;br&gt;&lt;/div&gt;&lt;div&gt;&lt;br&gt;&lt;/div&gt;&lt;div style=&quot;&quot;&gt;&lt;br&gt;&lt;/div&gt;" style="html=1;outlineConnect=0;whiteSpace=wrap;shape=mxgraph.archimate3.application;appType=grouping;archiType=square;dashed=1;fillColor=none;align=left;" parent="1" vertex="1">
                    <mxGeometry x="360" y="410" width="350" height="165" as="geometry"/>
                </mxCell>
                <mxCell id="mDRKMeOo69vUBoy7oLHQ-1" value="" style="edgeStyle=elbowEdgeStyle;html=1;endArrow=open;elbow=vertical;endFill=1;exitX=0.5;exitY=1;exitDx=0;exitDy=0;exitPerimeter=0;entryX=0.5;entryY=0;entryDx=0;entryDy=0;entryPerimeter=0;" parent="1" source="z8HnSQFQwWD63jmKV9dQ-4" target="BuL-0O40kC-6M-j3F13p-2" edge="1">
                    <mxGeometry width="160" relative="1" as="geometry">
                        <mxPoint x="290" y="300" as="sourcePoint"/>
                        <mxPoint x="450" y="300" as="targetPoint"/>
                    </mxGeometry>
                </mxCell>
                <mxCell id="mDRKMeOo69vUBoy7oLHQ-2" value="" style="edgeStyle=orthogonalEdgeStyle;html=1;endArrow=open;elbow=vertical;endFill=1;exitX=0.5;exitY=0;exitDx=0;exitDy=0;exitPerimeter=0;entryX=1;entryY=0.5;entryDx=0;entryDy=0;entryPerimeter=0;" parent="1" source="z8HnSQFQwWD63jmKV9dQ-5" target="BuL-0O40kC-6M-j3F13p-1" edge="1">
                    <mxGeometry width="160" relative="1" as="geometry">
                        <mxPoint x="313" y="180" as="sourcePoint"/>
                        <mxPoint x="310" y="200" as="targetPoint"/>
                    </mxGeometry>
                </mxCell>
                <mxCell id="mDRKMeOo69vUBoy7oLHQ-4" value="" style="edgeStyle=orthogonalEdgeStyle;html=1;endArrow=open;elbow=vertical;endFill=1;exitX=0.25;exitY=0;exitDx=0;exitDy=0;exitPerimeter=0;entryX=0;entryY=0.5;entryDx=0;entryDy=0;entryPerimeter=0;" parent="1" source="z8HnSQFQwWD63jmKV9dQ-6" target="BuL-0O40kC-6M-j3F13p-3" edge="1">
                    <mxGeometry width="160" relative="1" as="geometry">
                        <mxPoint x="545" y="420" as="sourcePoint"/>
                        <mxPoint x="490" y="375" as="targetPoint"/>
                    </mxGeometry>
                </mxCell>
                <mxCell id="mDRKMeOo69vUBoy7oLHQ-5" value="" style="endArrow=block;html=1;endFill=0;edgeStyle=elbowEdgeStyle;elbow=vertical;exitX=1;exitY=0.5;exitDx=0;exitDy=0;exitPerimeter=0;entryX=0;entryY=0.5;entryDx=0;entryDy=0;entryPerimeter=0;" parent="1" source="z8HnSQFQwWD63jmKV9dQ-6" target="z8HnSQFQwWD63jmKV9dQ-5" edge="1">
                    <mxGeometry width="160" relative="1" as="geometry">
                        <mxPoint x="290" y="410" as="sourcePoint"/>
                        <mxPoint x="450" y="410" as="targetPoint"/>
                    </mxGeometry>
                </mxCell>
            </root>
        </mxGraphModel>
    </diagram>
</mxfile>